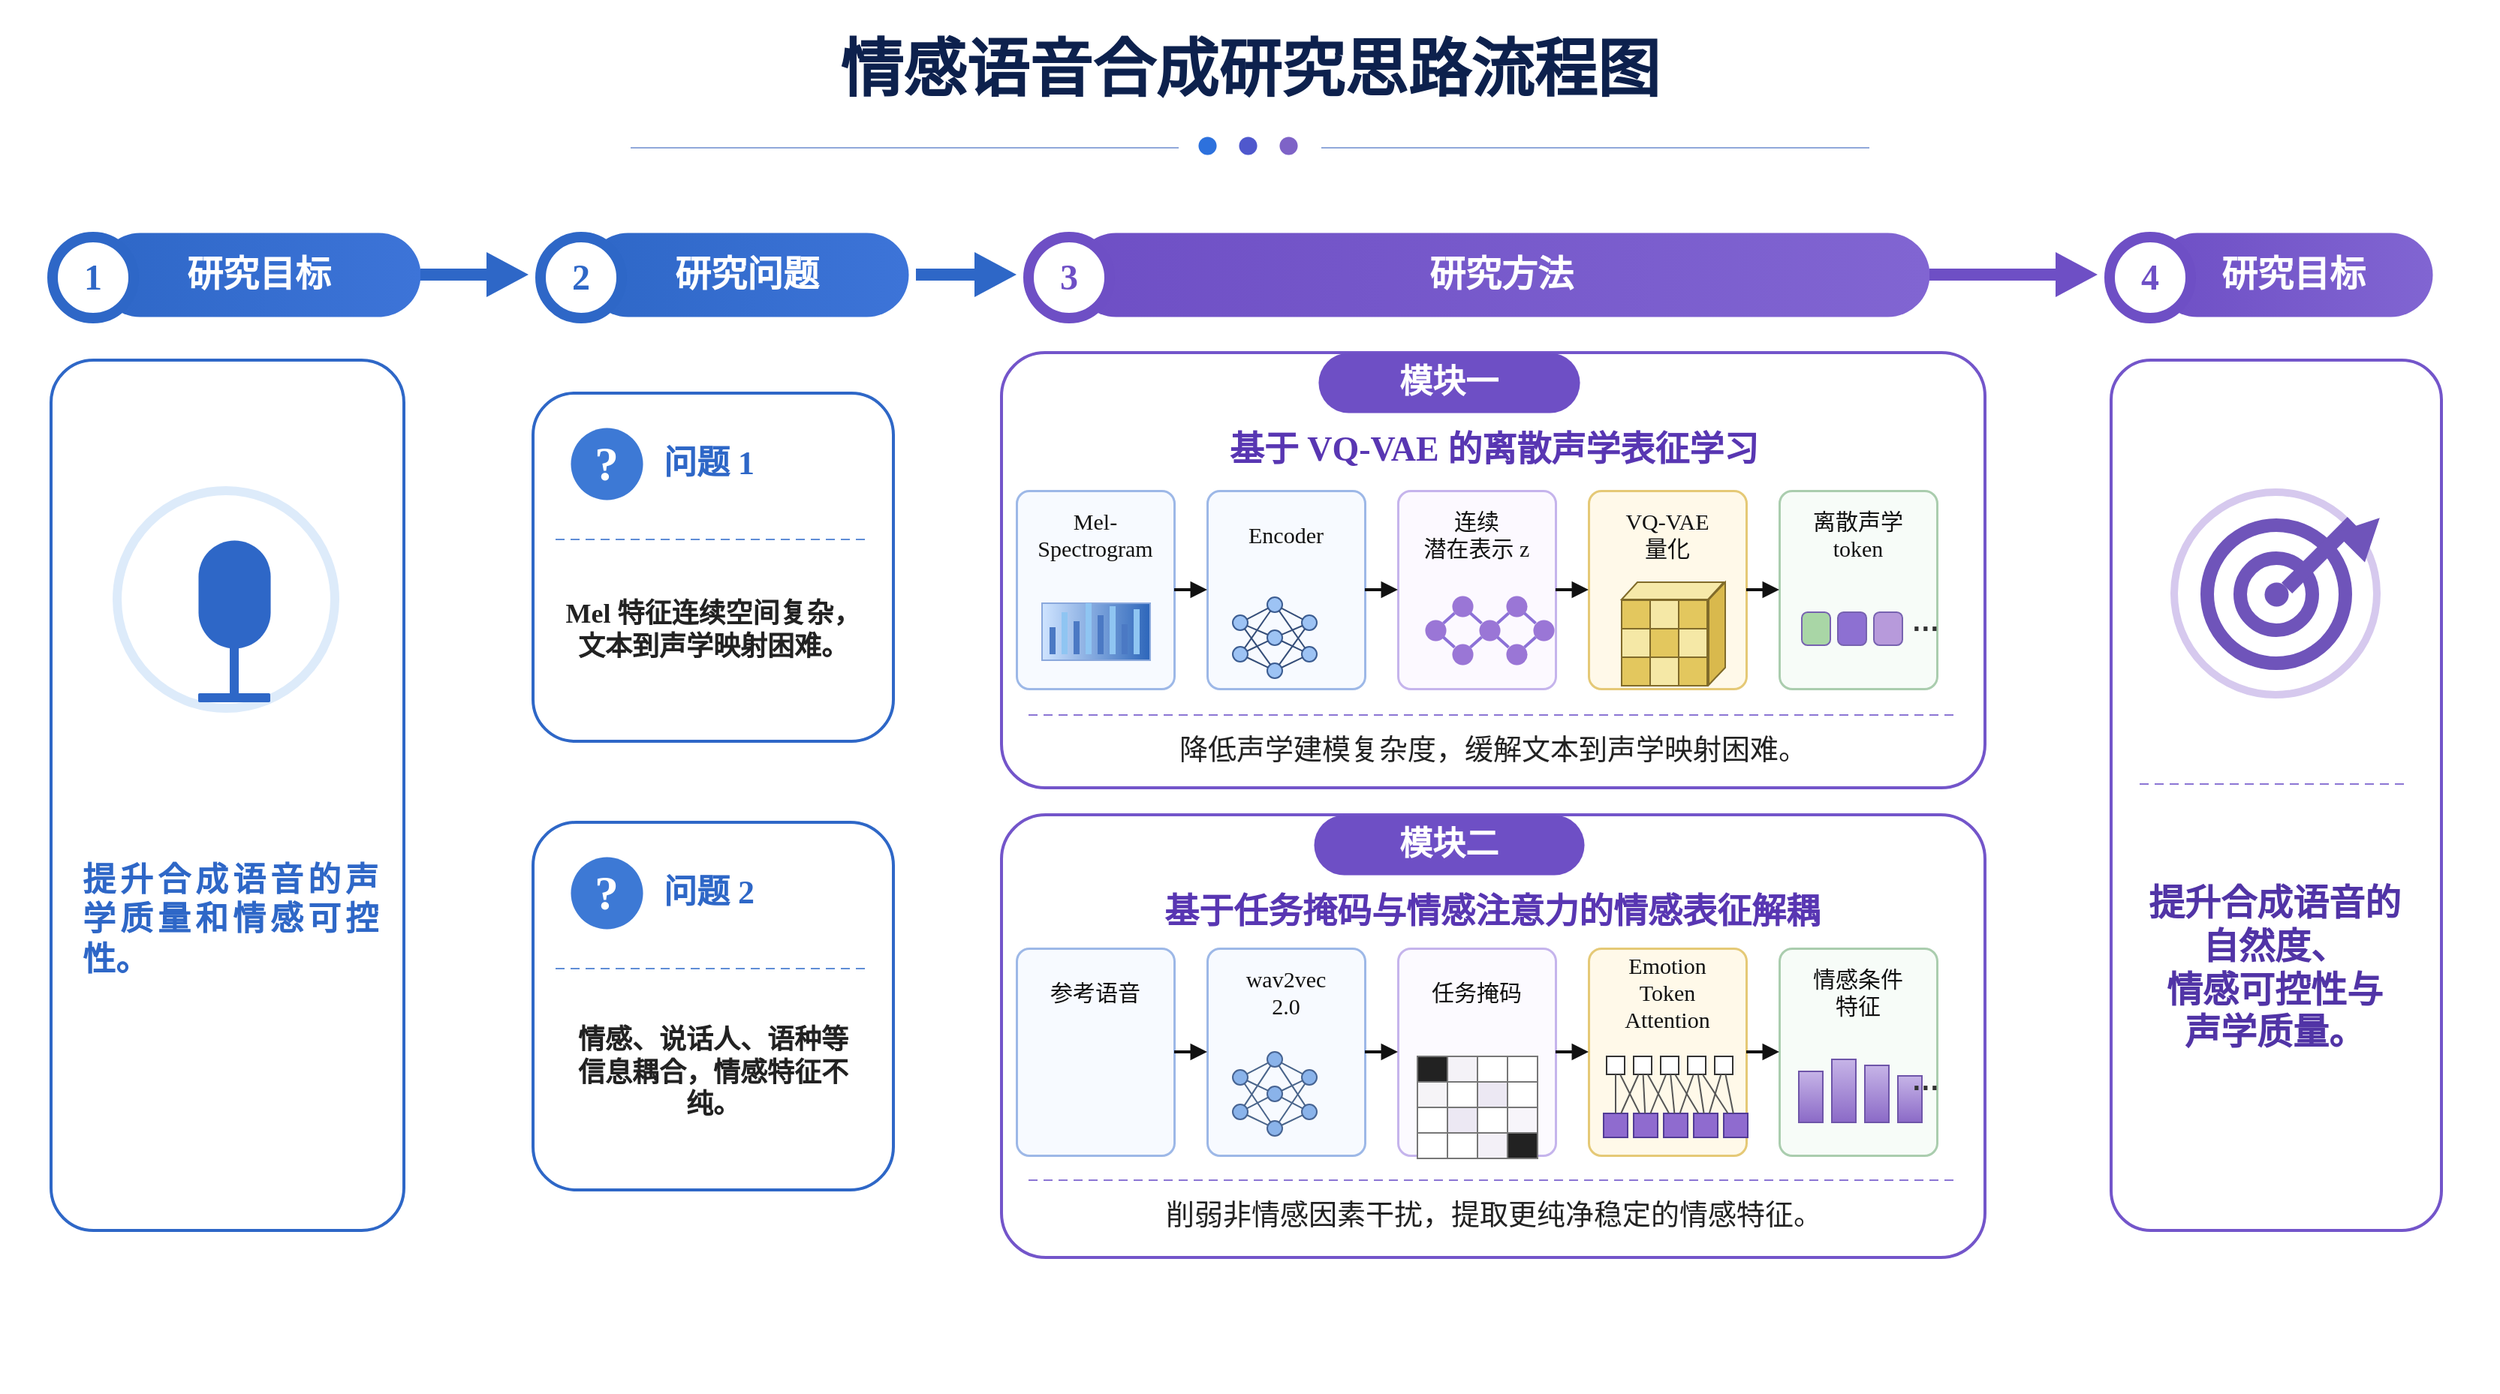
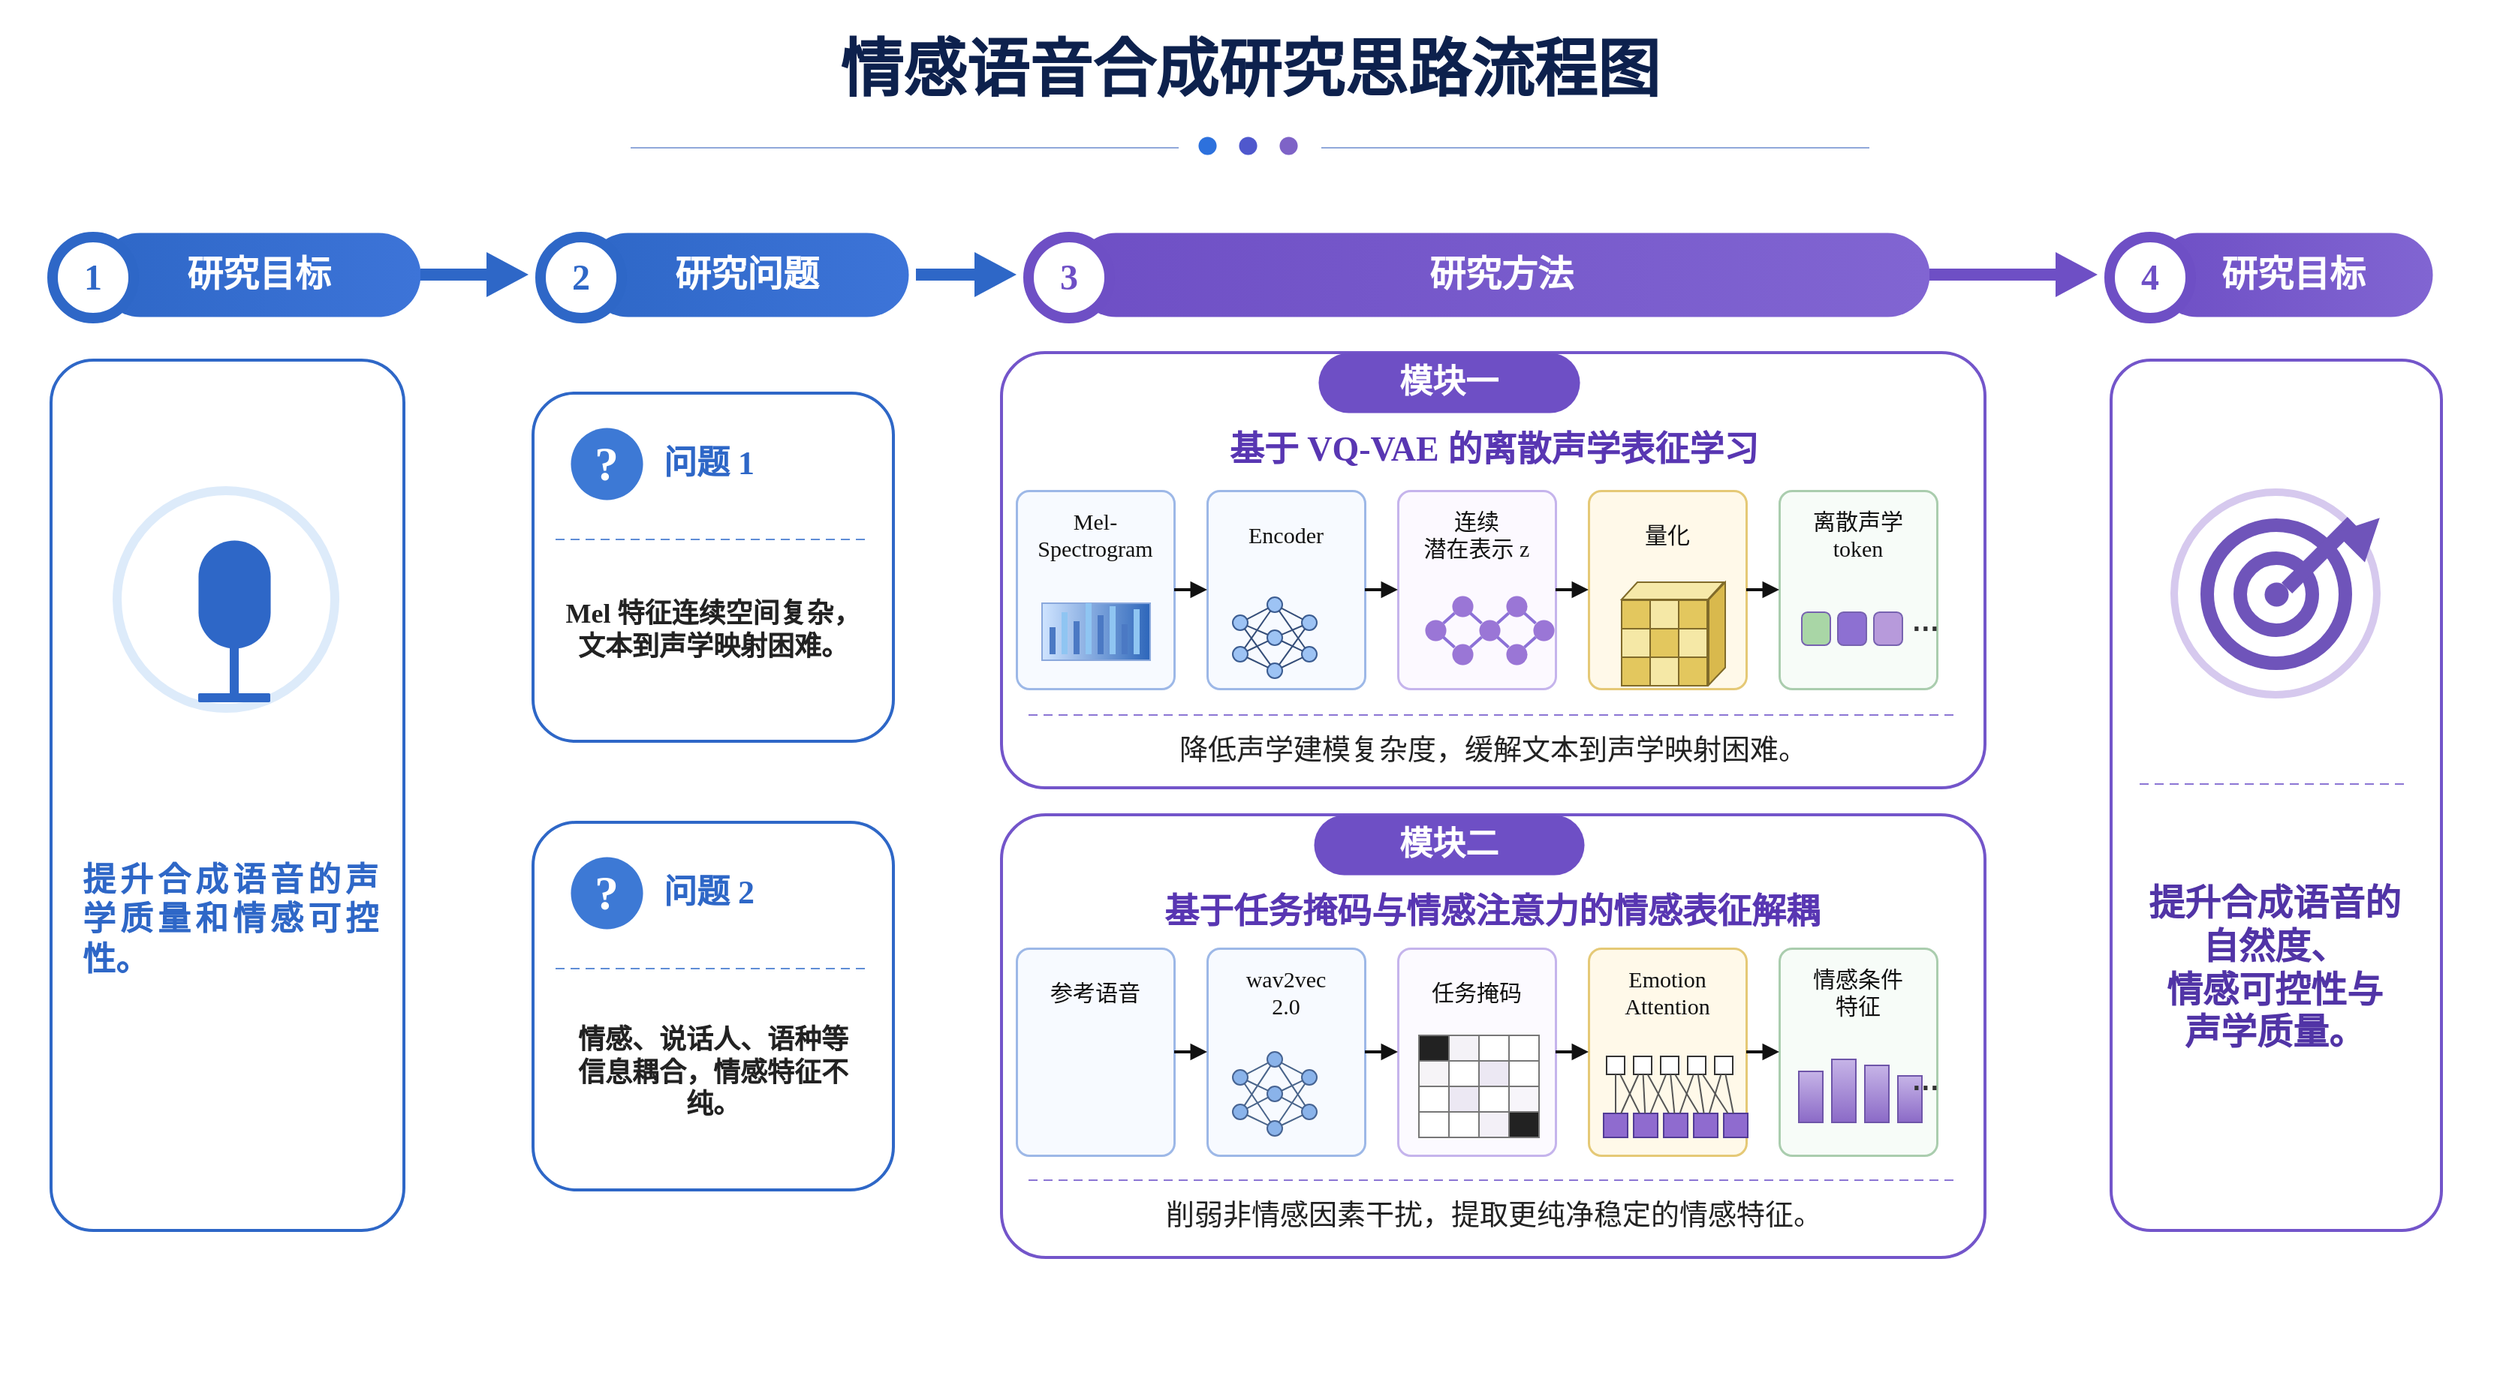
<mxfile host="app.diagrams.net">
  <diagram name="第 1 页" id="fVVEHDjkvuh4-jfM98xs">
-     <mxGraphModel dx="1030" dy="642" grid="1" gridSize="1" guides="1" tooltips="1" connect="1" arrows="1" fold="1" page="1" pageScale="1" pageWidth="1664" pageHeight="928" math="1" shadow="0">
+     <mxGraphModel dx="2060" dy="1284" grid="1" gridSize="1" guides="1" tooltips="1" connect="1" arrows="1" fold="1" page="1" pageScale="1" pageWidth="1664" pageHeight="928" math="1" shadow="0">
      <root>
        <mxCell id="0" />
        <mxCell id="1" parent="0" />
        <mxCell id="v2" parent="1" style="shape=rect;fillColor=#FFFFFF;strokeColor=none;fontFamily=Comic Sans MS;" value="" vertex="1">
          <mxGeometry height="928" width="1664" as="geometry" />
        </mxCell>
        <mxCell id="v3" parent="1" style="text;html=1;whiteSpace=wrap;align=center;verticalAlign=middle;fontFamily=Comic Sans MS;fontSize=42;fontColor=#0D214D;fontStyle=1;spacing=0;" value="情感语音合成研究思路流程图" vertex="1">
          <mxGeometry height="58" width="885" x="390" y="18" as="geometry" />
        </mxCell>
        <mxCell id="v4" parent="1" style="shape=line;strokeColor=#90A8DA;strokeWidth=1;fontFamily=Comic Sans MS;" value="" vertex="1">
          <mxGeometry height="1" width="365" x="420" y="98" as="geometry" />
        </mxCell>
        <mxCell id="v5" parent="1" style="shape=line;strokeColor=#90A8DA;strokeWidth=1;fontFamily=Comic Sans MS;" value="" vertex="1">
          <mxGeometry height="1" width="365" x="880" y="98" as="geometry" />
        </mxCell>
        <mxCell id="v6" parent="1" style="ellipse;whiteSpace=wrap;html=1;fillColor=#2D71DD;strokeColor=#2D71DD;strokeWidth=0;fontFamily=Comic Sans MS;" value="" vertex="1">
          <mxGeometry height="12" width="12" x="798" y="91" as="geometry" />
        </mxCell>
        <mxCell id="v7" parent="1" style="ellipse;whiteSpace=wrap;html=1;fillColor=#4F58CD;strokeColor=#4F58CD;strokeWidth=0;fontFamily=Comic Sans MS;" value="" vertex="1">
          <mxGeometry height="12" width="12" x="825" y="91" as="geometry" />
        </mxCell>
        <mxCell id="v8" parent="1" style="ellipse;whiteSpace=wrap;html=1;fillColor=#7E63C7;strokeColor=#7E63C7;strokeWidth=0;fontFamily=Comic Sans MS;" value="" vertex="1">
          <mxGeometry height="12" width="12" x="852" y="91" as="geometry" />
        </mxCell>
        <mxCell id="v9" parent="1" style="rounded=1;arcSize=50;whiteSpace=wrap;html=1;fillColor=#2E67C7;strokeColor=none;strokeWidth=0;fontFamily=Comic Sans MS;gradientColor=#3D74D8;gradientDirection=east;fontSize=24;fontColor=#FFFFFF;fontStyle=1;align=center;verticalAlign=middle;" value="研究目标" vertex="1">
          <mxGeometry height="56" width="215" x="65" y="155" as="geometry" />
        </mxCell>
        <mxCell id="v10" parent="1" style="ellipse;whiteSpace=wrap;html=1;fillColor=#FFFFFF;strokeColor=#2E67C7;strokeWidth=7;fontFamily=Comic Sans MS;fontSize=24;fontColor=#2E67C7;fontStyle=1;align=center;verticalAlign=middle;" value="1" vertex="1">
          <mxGeometry height="54" width="54" x="35" y="158" as="geometry" />
        </mxCell>
        <mxCell id="v11" parent="1" style="rounded=1;arcSize=50;whiteSpace=wrap;html=1;fillColor=#2E67C7;strokeColor=none;strokeWidth=0;fontFamily=Comic Sans MS;gradientColor=#3D74D8;gradientDirection=east;fontSize=24;fontColor=#FFFFFF;fontStyle=1;align=center;verticalAlign=middle;" value="研究问题" vertex="1">
          <mxGeometry height="56" width="215" x="390" y="155" as="geometry" />
        </mxCell>
        <mxCell id="v12" parent="1" style="ellipse;whiteSpace=wrap;html=1;fillColor=#FFFFFF;strokeColor=#2E67C7;strokeWidth=7;fontFamily=Comic Sans MS;fontSize=24;fontColor=#2E67C7;fontStyle=1;align=center;verticalAlign=middle;" value="2" vertex="1">
          <mxGeometry height="54" width="54" x="360" y="158" as="geometry" />
        </mxCell>
        <mxCell id="v13" parent="1" style="rounded=1;arcSize=50;whiteSpace=wrap;html=1;fillColor=#6E4FC5;strokeColor=none;strokeWidth=0;fontFamily=Comic Sans MS;gradientColor=#8165D2;gradientDirection=east;fontSize=24;fontColor=#FFFFFF;fontStyle=1;align=center;verticalAlign=middle;" value="研究方法" vertex="1">
          <mxGeometry height="56" width="570" x="715" y="155" as="geometry" />
        </mxCell>
        <mxCell id="v14" parent="1" style="ellipse;whiteSpace=wrap;html=1;fillColor=#FFFFFF;strokeColor=#6E4FC5;strokeWidth=7;fontFamily=Comic Sans MS;fontSize=24;fontColor=#6E4FC5;fontStyle=1;align=center;verticalAlign=middle;" value="3" vertex="1">
          <mxGeometry height="54" width="54" x="685" y="158" as="geometry" />
        </mxCell>
        <mxCell id="v15" parent="1" style="rounded=1;arcSize=50;whiteSpace=wrap;html=1;fillColor=#6E4FC5;strokeColor=none;strokeWidth=0;fontFamily=Comic Sans MS;gradientColor=#8165D2;gradientDirection=east;fontSize=24;fontColor=#FFFFFF;fontStyle=1;align=center;verticalAlign=middle;" value="研究目标" vertex="1">
          <mxGeometry height="56" width="185" x="1435" y="155" as="geometry" />
        </mxCell>
        <mxCell id="v16" parent="1" style="ellipse;whiteSpace=wrap;html=1;fillColor=#FFFFFF;strokeColor=#6E4FC5;strokeWidth=7;fontFamily=Comic Sans MS;fontSize=24;fontColor=#6E4FC5;fontStyle=1;align=center;verticalAlign=middle;" value="4" vertex="1">
          <mxGeometry height="54" width="54" x="1405" y="158" as="geometry" />
        </mxCell>
        <mxCell id="v17" parent="1" style="shape=rect;fillColor=#2E67C7;strokeColor=none;fontFamily=Comic Sans MS;" value="" vertex="1">
          <mxGeometry height="8" width="52" x="280" y="179" as="geometry" />
        </mxCell>
        <mxCell id="v18" parent="1" style="shape=triangle;direction=east;fillColor=#2E67C7;strokeColor=none;fontFamily=Comic Sans MS;" value="" vertex="1">
          <mxGeometry height="30" width="28" x="324" y="168" as="geometry" />
        </mxCell>
        <mxCell id="v19" parent="1" style="shape=rect;fillColor=#2E67C7;strokeColor=none;fontFamily=Comic Sans MS;" value="" vertex="1">
          <mxGeometry height="8" width="47" x="610" y="179" as="geometry" />
        </mxCell>
        <mxCell id="v20" parent="1" style="shape=triangle;direction=east;fillColor=#2E67C7;strokeColor=none;fontFamily=Comic Sans MS;" value="" vertex="1">
          <mxGeometry height="30" width="28" x="649" y="168" as="geometry" />
        </mxCell>
        <mxCell id="v21" parent="1" style="shape=rect;fillColor=#6E4FC5;strokeColor=none;fontFamily=Comic Sans MS;" value="" vertex="1">
          <mxGeometry height="8" width="92" x="1285" y="179" as="geometry" />
        </mxCell>
        <mxCell id="v22" parent="1" style="shape=triangle;direction=east;fillColor=#6E4FC5;strokeColor=none;fontFamily=Comic Sans MS;" value="" vertex="1">
          <mxGeometry height="30" width="28" x="1369" y="168" as="geometry" />
        </mxCell>
        <mxCell id="v23" parent="1" style="rounded=1;arcSize=12;whiteSpace=wrap;html=1;fillColor=#FFFFFF;strokeColor=#2E67C7;strokeWidth=2;fontFamily=Comic Sans MS;" value="" vertex="1">
          <mxGeometry height="580" width="235" x="34" y="240" as="geometry" />
        </mxCell>
        <mxCell id="v24" parent="1" style="rounded=1;arcSize=12;whiteSpace=wrap;html=1;fillColor=#FFFFFF;strokeColor=#2E67C7;strokeWidth=2;fontFamily=Comic Sans MS;" value="" vertex="1">
          <mxGeometry height="232" width="240" x="355" y="262" as="geometry" />
        </mxCell>
        <mxCell id="v25" parent="1" style="rounded=1;arcSize=12;whiteSpace=wrap;html=1;fillColor=#FFFFFF;strokeColor=#2E67C7;strokeWidth=2;fontFamily=Comic Sans MS;" value="" vertex="1">
          <mxGeometry height="245" width="240" x="355" y="548" as="geometry" />
        </mxCell>
        <mxCell id="v26" parent="1" style="rounded=1;arcSize=10;whiteSpace=wrap;html=1;fillColor=#FFFFFF;strokeColor=#7355CA;strokeWidth=2;fontFamily=Comic Sans MS;" value="" vertex="1">
          <mxGeometry height="290" width="655" x="667" y="235" as="geometry" />
        </mxCell>
        <mxCell id="v27" parent="1" style="rounded=1;arcSize=10;whiteSpace=wrap;html=1;fillColor=#FFFFFF;strokeColor=#7355CA;strokeWidth=2;fontFamily=Comic Sans MS;" value="" vertex="1">
          <mxGeometry height="295" width="655" x="667" y="543" as="geometry" />
        </mxCell>
        <mxCell id="v28" parent="1" style="rounded=1;arcSize=12;whiteSpace=wrap;html=1;fillColor=#FFFFFF;strokeColor=#7355CA;strokeWidth=2;fontFamily=Comic Sans MS;" value="" vertex="1">
          <mxGeometry height="580" width="220" x="1406" y="240" as="geometry" />
        </mxCell>
        <mxCell id="v29" parent="1" style="ellipse;whiteSpace=wrap;html=1;fillColor=#FFFFFF;strokeColor=#DDEBFA;strokeWidth=6;fontFamily=Comic Sans MS;" value="" vertex="1">
          <mxGeometry height="145" width="145" x="78" y="327" as="geometry" />
        </mxCell>
        <mxCell id="v30" parent="1" style="rounded=1;arcSize=50;whiteSpace=wrap;html=1;fillColor=#2E67C7;strokeColor=#2E67C7;strokeWidth=0;fontFamily=Comic Sans MS;" value="" vertex="1">
          <mxGeometry height="72" width="48" x="132" y="360" as="geometry" />
        </mxCell>
        <mxCell id="v31" parent="1" style="shape=mxgraph.basic.arc;startAngle=180;endAngle=360;fillColor=none;strokeColor=#2E67C7;strokeWidth=5;fontFamily=Comic Sans MS;" value="" vertex="1">
          <mxGeometry height="58" width="70" x="121" y="388" as="geometry" />
        </mxCell>
        <mxCell id="v32" parent="1" style="shape=rect;fillColor=#2E67C7;strokeColor=none;fontFamily=Comic Sans MS;" value="" vertex="1">
          <mxGeometry height="34" width="6" x="153" y="431" as="geometry" />
        </mxCell>
        <mxCell id="v33" parent="1" style="shape=rect;fillColor=#2E67C7;strokeColor=none;rounded=1;fontFamily=Comic Sans MS;" value="" vertex="1">
          <mxGeometry height="6" width="48" x="132" y="462" as="geometry" />
        </mxCell>
        <mxCell id="v34" parent="1" style="shape=mxgraph.basic.arc;startAngle=90;endAngle=270;direction=west;fillColor=none;strokeColor=#2E67C7;strokeWidth=4;fontFamily=Comic Sans MS;" value="" vertex="1">
          <mxGeometry height="38" width="18" x="90" y="380" as="geometry" />
        </mxCell>
        <mxCell id="v35" parent="1" style="shape=mxgraph.basic.arc;startAngle=90;endAngle=270;direction=west;fillColor=none;strokeColor=#2E67C7;strokeWidth=4;fontFamily=Comic Sans MS;" value="" vertex="1">
          <mxGeometry height="54" width="28" x="82" y="372" as="geometry" />
        </mxCell>
        <mxCell id="v36" parent="1" style="shape=mxgraph.basic.arc;startAngle=90;endAngle=270;direction=east;fillColor=none;strokeColor=#2E67C7;strokeWidth=4;fontFamily=Comic Sans MS;" value="" vertex="1">
          <mxGeometry height="38" width="18" x="193" y="380" as="geometry" />
        </mxCell>
        <mxCell id="v37" parent="1" style="shape=mxgraph.basic.arc;startAngle=90;endAngle=270;direction=east;fillColor=none;strokeColor=#2E67C7;strokeWidth=4;fontFamily=Comic Sans MS;" value="" vertex="1">
          <mxGeometry height="54" width="28" x="192" y="372" as="geometry" />
        </mxCell>
        <mxCell id="v38" parent="1" style="text;html=1;whiteSpace=wrap;align=left;verticalAlign=middle;fontFamily=Comic Sans MS;fontSize=22;fontColor=#111111;fontStyle=0;spacing=0;" value="&lt;div style=&quot;text-align: justify;&quot;&gt;&lt;b style=&quot;background-color: transparent; color: light-dark(rgb(46, 103, 199), rgb(237, 237, 237));&quot;&gt;提升合成语音的声学质量和情感可控性。&lt;/b&gt;&lt;/div&gt;" vertex="1">
          <mxGeometry height="225" width="195" x="55" y="500" as="geometry" />
        </mxCell>
        <mxCell id="v39" parent="1" style="ellipse;whiteSpace=wrap;html=1;fillColor=#3D79D5;strokeColor=#3D79D5;strokeWidth=0;fontFamily=Comic Sans MS;fontSize=32;fontColor=#FFFFFF;fontStyle=1;align=center;verticalAlign=middle;" value="?" vertex="1">
          <mxGeometry height="48" width="48" x="380" y="285" as="geometry" />
        </mxCell>
        <mxCell id="v40" parent="1" style="text;html=1;whiteSpace=wrap;align=left;verticalAlign=middle;fontFamily=Comic Sans MS;fontSize=22;fontColor=#2E67C7;fontStyle=1;spacing=0;" value="问题 1" vertex="1">
          <mxGeometry height="44" width="120" x="442" y="287" as="geometry" />
        </mxCell>
        <mxCell id="v41" parent="1" style="shape=line;strokeColor=#5F8DD6;strokeWidth=1;dashed=1;dashPattern=6 4;fontFamily=Comic Sans MS;" value="" vertex="1">
          <mxGeometry height="1" width="210" x="370" y="359" as="geometry" />
        </mxCell>
        <mxCell id="v42" parent="1" style="ellipse;whiteSpace=wrap;html=1;fillColor=#3D79D5;strokeColor=#3D79D5;strokeWidth=0;fontFamily=Comic Sans MS;fontSize=32;fontColor=#FFFFFF;fontStyle=1;align=center;verticalAlign=middle;" value="?" vertex="1">
          <mxGeometry height="48" width="48" x="380" y="571" as="geometry" />
        </mxCell>
        <mxCell id="v43" parent="1" style="text;html=1;whiteSpace=wrap;align=left;verticalAlign=middle;fontFamily=Comic Sans MS;fontSize=22;fontColor=#2E67C7;fontStyle=1;spacing=0;" value="问题 2" vertex="1">
          <mxGeometry height="44" width="120" x="442" y="573" as="geometry" />
        </mxCell>
        <mxCell id="v44" parent="1" style="shape=line;strokeColor=#5F8DD6;strokeWidth=1;dashed=1;dashPattern=6 4;fontFamily=Comic Sans MS;" value="" vertex="1">
          <mxGeometry height="1" width="210" x="370" y="645" as="geometry" />
        </mxCell>
        <mxCell id="v45" parent="1" style="text;html=1;whiteSpace=wrap;align=center;verticalAlign=middle;fontFamily=Comic Sans MS;fontSize=18;fontColor=#222222;fontStyle=0;spacing=0;" value="&lt;b&gt;Mel 特征连续空间复杂，&lt;br&gt;文本到声学映射困难。&lt;/b&gt;" vertex="1">
          <mxGeometry height="110" width="210" x="370" y="365" as="geometry" />
        </mxCell>
        <mxCell id="v46" parent="1" style="text;html=1;whiteSpace=wrap;align=center;verticalAlign=middle;fontFamily=Comic Sans MS;fontSize=18;fontColor=#222222;fontStyle=0;spacing=0;" value="&lt;b&gt;情感、说话人、语种等&lt;br&gt;信息耦合，情感特征不纯。&lt;/b&gt;" vertex="1">
          <mxGeometry height="115" width="210" x="370" y="657" as="geometry" />
        </mxCell>
        <mxCell id="e47" edge="1" parent="1" style="edgeStyle=orthogonalEdgeStyle;rounded=0;html=1;strokeColor=#3B72CA;strokeWidth=3;dashed=1;dashPattern=6 4;endArrow=block;endFill=1;" value="">
          <mxGeometry relative="1" as="geometry">
            <Array as="points">
              <mxPoint x="278" y="510" />
              <mxPoint x="310" y="510" />
              <mxPoint x="310" y="378" />
              <mxPoint x="350" y="378" />
            </Array>
          </mxGeometry>
        </mxCell>
        <mxCell id="e48" edge="1" parent="1" style="edgeStyle=orthogonalEdgeStyle;rounded=0;html=1;strokeColor=#3B72CA;strokeWidth=3;dashed=1;dashPattern=6 4;endArrow=block;endFill=1;" value="">
          <mxGeometry relative="1" as="geometry">
            <Array as="points">
              <mxPoint x="278" y="510" />
              <mxPoint x="310" y="510" />
              <mxPoint x="310" y="670" />
              <mxPoint x="350" y="670" />
            </Array>
          </mxGeometry>
        </mxCell>
        <mxCell id="e49" edge="1" parent="1" style="edgeStyle=orthogonalEdgeStyle;rounded=0;html=1;strokeColor=#6E4FC5;strokeWidth=3;dashed=1;dashPattern=6 4;endArrow=block;endFill=1;" value="">
          <mxGeometry relative="1" as="geometry">
            <Array as="points">
              <mxPoint x="595" y="378" />
              <mxPoint x="625" y="378" />
              <mxPoint x="625" y="356" />
              <mxPoint x="665" y="356" />
            </Array>
          </mxGeometry>
        </mxCell>
        <mxCell id="e50" edge="1" parent="1" style="edgeStyle=orthogonalEdgeStyle;rounded=0;html=1;strokeColor=#6E4FC5;strokeWidth=3;dashed=1;dashPattern=6 4;endArrow=block;endFill=1;" value="">
          <mxGeometry relative="1" as="geometry">
            <Array as="points">
              <mxPoint x="595" y="670" />
              <mxPoint x="625" y="670" />
              <mxPoint x="625" y="695" />
              <mxPoint x="665" y="695" />
            </Array>
          </mxGeometry>
        </mxCell>
        <mxCell id="v51" parent="1" style="rounded=1;arcSize=50;whiteSpace=wrap;html=1;fillColor=#6E4FC5;strokeColor=#6E4FC5;strokeWidth=0;fontFamily=Comic Sans MS;fontSize=22;fontColor=#FFFFFF;fontStyle=1;align=center;verticalAlign=middle;" value="模块一" vertex="1">
          <mxGeometry height="40" width="174" x="878" y="235" as="geometry" />
        </mxCell>
        <mxCell id="v52" parent="1" style="rounded=1;arcSize=50;whiteSpace=wrap;html=1;fillColor=#6E4FC5;strokeColor=#6E4FC5;strokeWidth=0;fontFamily=Comic Sans MS;fontSize=22;fontColor=#FFFFFF;fontStyle=1;align=center;verticalAlign=middle;" value="模块二" vertex="1">
          <mxGeometry height="40" width="180" x="875" y="543" as="geometry" />
        </mxCell>
        <mxCell id="v53" parent="1" style="text;html=1;whiteSpace=wrap;align=center;verticalAlign=middle;fontFamily=Comic Sans MS;fontSize=23;fontColor=#5836B2;fontStyle=1;spacing=0;" value="基于 VQ-VAE 的离散声学表征学习" vertex="1">
          <mxGeometry height="38" width="520" x="735" y="280" as="geometry" />
        </mxCell>
        <mxCell id="v54" parent="1" style="text;html=1;whiteSpace=wrap;align=center;verticalAlign=middle;fontFamily=Comic Sans MS;fontSize=23;fontColor=#5836B2;fontStyle=1;spacing=0;" value="基于任务掩码与情感注意力的情感表征解耦" vertex="1">
          <mxGeometry height="38" width="580" x="704" y="588" as="geometry" />
        </mxCell>
        <mxCell id="v55" parent="1" style="rounded=1;arcSize=8;whiteSpace=wrap;html=1;fillColor=#F7FAFF;strokeColor=#9DB8E7;strokeWidth=1.5;fontFamily=Comic Sans MS;" value="" vertex="1">
          <mxGeometry height="132" width="105" x="677" y="327" as="geometry" />
        </mxCell>
        <mxCell id="v56" parent="1" style="text;html=1;whiteSpace=wrap;align=center;verticalAlign=middle;fontFamily=Comic Sans MS;fontSize=15;fontColor=#111111;fontStyle=0;spacing=0;" value="Mel-&lt;br&gt;Spectrogram" vertex="1">
          <mxGeometry height="42" width="95" x="682" y="335" as="geometry" />
        </mxCell>
        <mxCell id="v57" parent="1" style="rounded=1;arcSize=8;whiteSpace=wrap;html=1;fillColor=#F7FAFF;strokeColor=#9DB8E7;strokeWidth=1.5;fontFamily=Comic Sans MS;" value="" vertex="1">
          <mxGeometry height="132" width="105" x="804" y="327" as="geometry" />
        </mxCell>
        <mxCell id="v58" parent="1" style="text;html=1;whiteSpace=wrap;align=center;verticalAlign=middle;fontFamily=Comic Sans MS;fontSize=15;fontColor=#111111;fontStyle=0;spacing=0;" value="Encoder" vertex="1">
          <mxGeometry height="42" width="95" x="809" y="335" as="geometry" />
        </mxCell>
        <mxCell id="v59" parent="1" style="rounded=1;arcSize=8;whiteSpace=wrap;html=1;fillColor=#FCF9FF;strokeColor=#C5B4EC;strokeWidth=1.5;fontFamily=Comic Sans MS;" value="" vertex="1">
          <mxGeometry height="132" width="105" x="931" y="327" as="geometry" />
        </mxCell>
        <mxCell id="v60" parent="1" style="text;html=1;whiteSpace=wrap;align=center;verticalAlign=middle;fontFamily=Comic Sans MS;fontSize=15;fontColor=#111111;fontStyle=0;spacing=0;" value="连续&lt;br&gt;潜在表示 z" vertex="1">
          <mxGeometry height="42" width="95" x="936" y="335" as="geometry" />
        </mxCell>
        <mxCell id="v61" parent="1" style="rounded=1;arcSize=8;whiteSpace=wrap;html=1;fillColor=#FFF9E9;strokeColor=#E5C976;strokeWidth=1.5;fontFamily=Comic Sans MS;" value="" vertex="1">
          <mxGeometry height="132" width="105" x="1058" y="327" as="geometry" />
        </mxCell>
-         <mxCell id="v62" parent="1" style="text;html=1;whiteSpace=wrap;align=center;verticalAlign=middle;fontFamily=Comic Sans MS;fontSize=15;fontColor=#111111;fontStyle=0;spacing=0;" value="VQ-VAE&lt;br&gt;量化" vertex="1">
+         <mxCell id="v62" parent="1" style="text;html=1;whiteSpace=wrap;align=center;verticalAlign=middle;fontFamily=Comic Sans MS;fontSize=15;fontColor=#111111;fontStyle=0;spacing=0;" value="量化" vertex="1">
          <mxGeometry height="42" width="95" x="1063" y="335" as="geometry" />
        </mxCell>
        <mxCell id="v63" parent="1" style="rounded=1;arcSize=8;whiteSpace=wrap;html=1;fillColor=#F7FCF8;strokeColor=#AACDAE;strokeWidth=1.5;fontFamily=Comic Sans MS;" value="" vertex="1">
          <mxGeometry height="132" width="105" x="1185" y="327" as="geometry" />
        </mxCell>
        <mxCell id="v64" parent="1" style="text;html=1;whiteSpace=wrap;align=center;verticalAlign=middle;fontFamily=Comic Sans MS;fontSize=15;fontColor=#111111;fontStyle=0;spacing=0;" value="离散声学&lt;br&gt;token" vertex="1">
          <mxGeometry height="42" width="95" x="1190" y="335" as="geometry" />
        </mxCell>
        <mxCell id="e65" edge="1" parent="1" source="v55" style="edgeStyle=orthogonalEdgeStyle;rounded=0;html=1;strokeColor=#111111;strokeWidth=2;endArrow=block;endFill=1;fontFamily=Comic Sans MS;" target="v57" value="">
          <mxGeometry relative="1" as="geometry" />
        </mxCell>
        <mxCell id="e66" edge="1" parent="1" source="v57" style="edgeStyle=orthogonalEdgeStyle;rounded=0;html=1;strokeColor=#111111;strokeWidth=2;endArrow=block;endFill=1;fontFamily=Comic Sans MS;" target="v59" value="">
          <mxGeometry relative="1" as="geometry" />
        </mxCell>
        <mxCell id="e67" edge="1" parent="1" source="v59" style="edgeStyle=orthogonalEdgeStyle;rounded=0;html=1;strokeColor=#111111;strokeWidth=2;endArrow=block;endFill=1;fontFamily=Comic Sans MS;" target="v61" value="">
          <mxGeometry relative="1" as="geometry" />
        </mxCell>
        <mxCell id="e68" edge="1" parent="1" source="v61" style="edgeStyle=orthogonalEdgeStyle;rounded=0;html=1;strokeColor=#111111;strokeWidth=2;endArrow=block;endFill=1;fontFamily=Comic Sans MS;" target="v63" value="">
          <mxGeometry relative="1" as="geometry" />
        </mxCell>
        <mxCell id="v69" parent="1" style="shape=rect;rounded=0;fillColor=#CFE4FF;gradientColor=#2D66BA;gradientDirection=east;strokeColor=#8AA8DC;fontFamily=Comic Sans MS;" value="" vertex="1">
          <mxGeometry height="38" width="72" x="694" y="402" as="geometry" />
        </mxCell>
        <mxCell id="v70" parent="1" style="shape=rect;fillColor=#4B79C4;strokeColor=none;fontFamily=Comic Sans MS;" value="" vertex="1">
          <mxGeometry height="18" width="4" x="699" y="418" as="geometry" />
        </mxCell>
        <mxCell id="v71" parent="1" style="shape=rect;fillColor=#8FC5F2;strokeColor=none;fontFamily=Comic Sans MS;" value="" vertex="1">
          <mxGeometry height="28" width="4" x="707" y="408" as="geometry" />
        </mxCell>
        <mxCell id="v72" parent="1" style="shape=rect;fillColor=#4B79C4;strokeColor=none;fontFamily=Comic Sans MS;" value="" vertex="1">
          <mxGeometry height="22" width="4" x="715" y="414" as="geometry" />
        </mxCell>
        <mxCell id="v73" parent="1" style="shape=rect;fillColor=#8FC5F2;strokeColor=none;fontFamily=Comic Sans MS;" value="" vertex="1">
          <mxGeometry height="34" width="4" x="723" y="402" as="geometry" />
        </mxCell>
        <mxCell id="v74" parent="1" style="shape=rect;fillColor=#4B79C4;strokeColor=none;fontFamily=Comic Sans MS;" value="" vertex="1">
          <mxGeometry height="26" width="4" x="731" y="410" as="geometry" />
        </mxCell>
        <mxCell id="v75" parent="1" style="shape=rect;fillColor=#8FC5F2;strokeColor=none;fontFamily=Comic Sans MS;" value="" vertex="1">
          <mxGeometry height="32" width="4" x="739" y="404" as="geometry" />
        </mxCell>
        <mxCell id="v76" parent="1" style="shape=rect;fillColor=#4B79C4;strokeColor=none;fontFamily=Comic Sans MS;" value="" vertex="1">
          <mxGeometry height="20" width="4" x="747" y="416" as="geometry" />
        </mxCell>
        <mxCell id="v77" parent="1" style="shape=rect;fillColor=#8FC5F2;strokeColor=none;fontFamily=Comic Sans MS;" value="" vertex="1">
          <mxGeometry height="30" width="4" x="755" y="406" as="geometry" />
        </mxCell>
        <mxCell id="v78" parent="1" style="ellipse;whiteSpace=wrap;html=1;fillColor=#9DC3F4;strokeColor=#3B5C91;strokeWidth=1;fontFamily=Comic Sans MS;" value="" vertex="1">
          <mxGeometry height="10" width="10" x="821" y="410" as="geometry" />
        </mxCell>
        <mxCell id="v79" parent="1" style="ellipse;whiteSpace=wrap;html=1;fillColor=#9DC3F4;strokeColor=#3B5C91;strokeWidth=1;fontFamily=Comic Sans MS;" value="" vertex="1">
          <mxGeometry height="10" width="10" x="821" y="431" as="geometry" />
        </mxCell>
        <mxCell id="v80" parent="1" style="ellipse;whiteSpace=wrap;html=1;fillColor=#9DC3F4;strokeColor=#3B5C91;strokeWidth=1;fontFamily=Comic Sans MS;" value="" vertex="1">
          <mxGeometry height="10" width="10" x="844" y="398" as="geometry" />
        </mxCell>
        <mxCell id="v81" parent="1" style="ellipse;whiteSpace=wrap;html=1;fillColor=#9DC3F4;strokeColor=#3B5C91;strokeWidth=1;fontFamily=Comic Sans MS;" value="" vertex="1">
          <mxGeometry height="10" width="10" x="844" y="420" as="geometry" />
        </mxCell>
        <mxCell id="v82" parent="1" style="ellipse;whiteSpace=wrap;html=1;fillColor=#9DC3F4;strokeColor=#3B5C91;strokeWidth=1;fontFamily=Comic Sans MS;" value="" vertex="1">
          <mxGeometry height="10" width="10" x="844" y="442" as="geometry" />
        </mxCell>
        <mxCell id="v83" parent="1" style="ellipse;whiteSpace=wrap;html=1;fillColor=#9DC3F4;strokeColor=#3B5C91;strokeWidth=1;fontFamily=Comic Sans MS;" value="" vertex="1">
          <mxGeometry height="10" width="10" x="867" y="410" as="geometry" />
        </mxCell>
        <mxCell id="v84" parent="1" style="ellipse;whiteSpace=wrap;html=1;fillColor=#9DC3F4;strokeColor=#3B5C91;strokeWidth=1;fontFamily=Comic Sans MS;" value="" vertex="1">
          <mxGeometry height="10" width="10" x="867" y="431" as="geometry" />
        </mxCell>
        <mxCell id="e85" edge="1" parent="1" source="v78" style="edgeStyle=none;html=1;strokeColor=#344D78;strokeWidth=1;endArrow=none;fontFamily=Comic Sans MS;" target="v80" value="">
          <mxGeometry relative="1" as="geometry" />
        </mxCell>
        <mxCell id="e86" edge="1" parent="1" source="v78" style="edgeStyle=none;html=1;strokeColor=#344D78;strokeWidth=1;endArrow=none;fontFamily=Comic Sans MS;" target="v81" value="">
          <mxGeometry relative="1" as="geometry" />
        </mxCell>
        <mxCell id="e87" edge="1" parent="1" source="v78" style="edgeStyle=none;html=1;strokeColor=#344D78;strokeWidth=1;endArrow=none;fontFamily=Comic Sans MS;" target="v82" value="">
          <mxGeometry relative="1" as="geometry" />
        </mxCell>
        <mxCell id="e88" edge="1" parent="1" source="v79" style="edgeStyle=none;html=1;strokeColor=#344D78;strokeWidth=1;endArrow=none;fontFamily=Comic Sans MS;" target="v80" value="">
          <mxGeometry relative="1" as="geometry" />
        </mxCell>
        <mxCell id="e89" edge="1" parent="1" source="v79" style="edgeStyle=none;html=1;strokeColor=#344D78;strokeWidth=1;endArrow=none;fontFamily=Comic Sans MS;" target="v81" value="">
          <mxGeometry relative="1" as="geometry" />
        </mxCell>
        <mxCell id="e90" edge="1" parent="1" source="v79" style="edgeStyle=none;html=1;strokeColor=#344D78;strokeWidth=1;endArrow=none;fontFamily=Comic Sans MS;" target="v82" value="">
          <mxGeometry relative="1" as="geometry" />
        </mxCell>
        <mxCell id="e91" edge="1" parent="1" source="v80" style="edgeStyle=none;html=1;strokeColor=#344D78;strokeWidth=1;endArrow=none;fontFamily=Comic Sans MS;" target="v83" value="">
          <mxGeometry relative="1" as="geometry" />
        </mxCell>
        <mxCell id="e92" edge="1" parent="1" source="v80" style="edgeStyle=none;html=1;strokeColor=#344D78;strokeWidth=1;endArrow=none;fontFamily=Comic Sans MS;" target="v84" value="">
          <mxGeometry relative="1" as="geometry" />
        </mxCell>
        <mxCell id="e93" edge="1" parent="1" source="v81" style="edgeStyle=none;html=1;strokeColor=#344D78;strokeWidth=1;endArrow=none;fontFamily=Comic Sans MS;" target="v83" value="">
          <mxGeometry relative="1" as="geometry" />
        </mxCell>
        <mxCell id="e94" edge="1" parent="1" source="v81" style="edgeStyle=none;html=1;strokeColor=#344D78;strokeWidth=1;endArrow=none;fontFamily=Comic Sans MS;" target="v84" value="">
          <mxGeometry relative="1" as="geometry" />
        </mxCell>
        <mxCell id="e95" edge="1" parent="1" source="v82" style="edgeStyle=none;html=1;strokeColor=#344D78;strokeWidth=1;endArrow=none;fontFamily=Comic Sans MS;" target="v83" value="">
          <mxGeometry relative="1" as="geometry" />
        </mxCell>
        <mxCell id="e96" edge="1" parent="1" source="v82" style="edgeStyle=none;html=1;strokeColor=#344D78;strokeWidth=1;endArrow=none;fontFamily=Comic Sans MS;" target="v84" value="">
          <mxGeometry relative="1" as="geometry" />
        </mxCell>
        <mxCell id="v97" parent="1" style="ellipse;whiteSpace=wrap;html=1;fillColor=#9A76D6;strokeColor=#9A76D6;strokeWidth=0;fontFamily=Comic Sans MS;" value="" vertex="1">
          <mxGeometry height="14" width="14" x="949" y="413" as="geometry" />
        </mxCell>
        <mxCell id="v98" parent="1" style="ellipse;whiteSpace=wrap;html=1;fillColor=#9A76D6;strokeColor=#9A76D6;strokeWidth=0;fontFamily=Comic Sans MS;" value="" vertex="1">
          <mxGeometry height="14" width="14" x="967" y="397" as="geometry" />
        </mxCell>
        <mxCell id="v99" parent="1" style="ellipse;whiteSpace=wrap;html=1;fillColor=#9A76D6;strokeColor=#9A76D6;strokeWidth=0;fontFamily=Comic Sans MS;" value="" vertex="1">
          <mxGeometry height="14" width="14" x="967" y="429" as="geometry" />
        </mxCell>
        <mxCell id="v100" parent="1" style="ellipse;whiteSpace=wrap;html=1;fillColor=#9A76D6;strokeColor=#9A76D6;strokeWidth=0;fontFamily=Comic Sans MS;" value="" vertex="1">
          <mxGeometry height="14" width="14" x="985" y="413" as="geometry" />
        </mxCell>
        <mxCell id="v101" parent="1" style="ellipse;whiteSpace=wrap;html=1;fillColor=#9A76D6;strokeColor=#9A76D6;strokeWidth=0;fontFamily=Comic Sans MS;" value="" vertex="1">
          <mxGeometry height="14" width="14" x="1003" y="397" as="geometry" />
        </mxCell>
        <mxCell id="v102" parent="1" style="ellipse;whiteSpace=wrap;html=1;fillColor=#9A76D6;strokeColor=#9A76D6;strokeWidth=0;fontFamily=Comic Sans MS;" value="" vertex="1">
          <mxGeometry height="14" width="14" x="1003" y="429" as="geometry" />
        </mxCell>
        <mxCell id="v103" parent="1" style="ellipse;whiteSpace=wrap;html=1;fillColor=#9A76D6;strokeColor=#9A76D6;strokeWidth=0;fontFamily=Comic Sans MS;" value="" vertex="1">
          <mxGeometry height="14" width="14" x="1021" y="413" as="geometry" />
        </mxCell>
        <mxCell id="e104" edge="1" parent="1" source="v97" style="edgeStyle=none;html=1;strokeColor=#8C71D7;strokeWidth=2;endArrow=none;fontFamily=Comic Sans MS;" target="v98" value="">
          <mxGeometry relative="1" as="geometry" />
        </mxCell>
        <mxCell id="e105" edge="1" parent="1" source="v97" style="edgeStyle=none;html=1;strokeColor=#8C71D7;strokeWidth=2;endArrow=none;fontFamily=Comic Sans MS;" target="v99" value="">
          <mxGeometry relative="1" as="geometry" />
        </mxCell>
        <mxCell id="e106" edge="1" parent="1" source="v98" style="edgeStyle=none;html=1;strokeColor=#8C71D7;strokeWidth=2;endArrow=none;fontFamily=Comic Sans MS;" target="v100" value="">
          <mxGeometry relative="1" as="geometry" />
        </mxCell>
        <mxCell id="e107" edge="1" parent="1" source="v99" style="edgeStyle=none;html=1;strokeColor=#8C71D7;strokeWidth=2;endArrow=none;fontFamily=Comic Sans MS;" target="v100" value="">
          <mxGeometry relative="1" as="geometry" />
        </mxCell>
        <mxCell id="e108" edge="1" parent="1" source="v100" style="edgeStyle=none;html=1;strokeColor=#8C71D7;strokeWidth=2;endArrow=none;fontFamily=Comic Sans MS;" target="v101" value="">
          <mxGeometry relative="1" as="geometry" />
        </mxCell>
        <mxCell id="e109" edge="1" parent="1" source="v100" style="edgeStyle=none;html=1;strokeColor=#8C71D7;strokeWidth=2;endArrow=none;fontFamily=Comic Sans MS;" target="v102" value="">
          <mxGeometry relative="1" as="geometry" />
        </mxCell>
        <mxCell id="e110" edge="1" parent="1" source="v101" style="edgeStyle=none;html=1;strokeColor=#8C71D7;strokeWidth=2;endArrow=none;fontFamily=Comic Sans MS;" target="v103" value="">
          <mxGeometry relative="1" as="geometry" />
        </mxCell>
        <mxCell id="e111" edge="1" parent="1" source="v102" style="edgeStyle=none;html=1;strokeColor=#8C71D7;strokeWidth=2;endArrow=none;fontFamily=Comic Sans MS;" target="v103" value="">
          <mxGeometry relative="1" as="geometry" />
        </mxCell>
        <mxCell id="v112" parent="1" style="shape=rect;fillColor=#E3C75E;strokeColor=#806B2A;strokeWidth=1;fontFamily=Comic Sans MS;" value="" vertex="1">
          <mxGeometry height="19" width="19" x="1080" y="400" as="geometry" />
        </mxCell>
        <mxCell id="v113" parent="1" style="shape=rect;fillColor=#F5E8A6;strokeColor=#806B2A;strokeWidth=1;fontFamily=Comic Sans MS;" value="" vertex="1">
          <mxGeometry height="19" width="19" x="1099" y="400" as="geometry" />
        </mxCell>
        <mxCell id="v114" parent="1" style="shape=rect;fillColor=#E3C75E;strokeColor=#806B2A;strokeWidth=1;fontFamily=Comic Sans MS;" value="" vertex="1">
          <mxGeometry height="19" width="19" x="1118" y="400" as="geometry" />
        </mxCell>
        <mxCell id="v115" parent="1" style="shape=rect;fillColor=#F5E8A6;strokeColor=#806B2A;strokeWidth=1;fontFamily=Comic Sans MS;" value="" vertex="1">
          <mxGeometry height="19" width="19" x="1080" y="419" as="geometry" />
        </mxCell>
        <mxCell id="v116" parent="1" style="shape=rect;fillColor=#E3C75E;strokeColor=#806B2A;strokeWidth=1;fontFamily=Comic Sans MS;" value="" vertex="1">
          <mxGeometry height="19" width="19" x="1099" y="419" as="geometry" />
        </mxCell>
        <mxCell id="v117" parent="1" style="shape=rect;fillColor=#F5E8A6;strokeColor=#806B2A;strokeWidth=1;fontFamily=Comic Sans MS;" value="" vertex="1">
          <mxGeometry height="19" width="19" x="1118" y="419" as="geometry" />
        </mxCell>
        <mxCell id="v118" parent="1" style="shape=rect;fillColor=#E3C75E;strokeColor=#806B2A;strokeWidth=1;fontFamily=Comic Sans MS;" value="" vertex="1">
          <mxGeometry height="19" width="19" x="1080" y="438" as="geometry" />
        </mxCell>
        <mxCell id="v119" parent="1" style="shape=rect;fillColor=#F5E8A6;strokeColor=#806B2A;strokeWidth=1;fontFamily=Comic Sans MS;" value="" vertex="1">
          <mxGeometry height="19" width="19" x="1099" y="438" as="geometry" />
        </mxCell>
        <mxCell id="v120" parent="1" style="shape=rect;fillColor=#E3C75E;strokeColor=#806B2A;strokeWidth=1;fontFamily=Comic Sans MS;" value="" vertex="1">
          <mxGeometry height="19" width="19" x="1118" y="438" as="geometry" />
        </mxCell>
        <mxCell id="v121" parent="1" style="shape=parallelogram;fillColor=#F6E9A9;strokeColor=#806B2A;strokeWidth=1;fontFamily=Comic Sans MS;size=0.15441176470588236;" value="" vertex="1">
          <mxGeometry height="11.5" width="68" x="1080" y="388" as="geometry" />
        </mxCell>
        <mxCell id="v122" parent="1" style="shape=parallelogram;direction=south;fillColor=#D9B94D;strokeColor=#806B2A;strokeWidth=1;fontFamily=Comic Sans MS;flipV=1;legacyAnchorPoints=0;size=0.16970802919708028;" value="" vertex="1">
          <mxGeometry height="68.5" width="11" x="1138" y="388" as="geometry" />
        </mxCell>
        <mxCell id="v123" parent="1" style="rounded=1;arcSize=20;whiteSpace=wrap;html=1;fillColor=#A9D6A6;strokeColor=#7762B0;strokeWidth=1;fontFamily=Comic Sans MS;" value="" vertex="1">
          <mxGeometry height="22" width="19" x="1200" y="408" as="geometry" />
        </mxCell>
        <mxCell id="v124" parent="1" style="rounded=1;arcSize=20;whiteSpace=wrap;html=1;fillColor=#8D70D2;strokeColor=#7762B0;strokeWidth=1;fontFamily=Comic Sans MS;" value="" vertex="1">
          <mxGeometry height="22" width="19" x="1224" y="408" as="geometry" />
        </mxCell>
        <mxCell id="v125" parent="1" style="rounded=1;arcSize=20;whiteSpace=wrap;html=1;fillColor=#B79ADB;strokeColor=#7762B0;strokeWidth=1;fontFamily=Comic Sans MS;" value="" vertex="1">
          <mxGeometry height="22" width="19" x="1248" y="408" as="geometry" />
        </mxCell>
        <mxCell id="v126" parent="1" style="text;html=1;whiteSpace=wrap;align=center;verticalAlign=middle;fontFamily=Comic Sans MS;fontSize=18;fontColor=#333333;fontStyle=1;spacing=0;" value="⋯" vertex="1">
          <mxGeometry height="20" width="12" x="1276" y="409" as="geometry" />
        </mxCell>
        <mxCell id="v127" parent="1" style="shape=line;strokeColor=#8B75D4;strokeWidth=1;dashed=1;dashPattern=6 4;fontFamily=Comic Sans MS;" value="" vertex="1">
          <mxGeometry height="1" width="620" x="685" y="476" as="geometry" />
        </mxCell>
        <mxCell id="v128" parent="1" style="text;html=1;whiteSpace=wrap;align=center;verticalAlign=middle;fontFamily=Comic Sans MS;fontSize=19;fontColor=#222222;fontStyle=0;spacing=0;" value="降低声学建模复杂度，缓解文本到声学映射困难。" vertex="1">
          <mxGeometry height="30" width="575" x="707" y="485" as="geometry" />
        </mxCell>
        <mxCell id="v129" parent="1" style="rounded=1;arcSize=8;whiteSpace=wrap;html=1;fillColor=#F7FAFF;strokeColor=#9DB8E7;strokeWidth=1.5;fontFamily=Comic Sans MS;" value="" vertex="1">
          <mxGeometry height="138" width="105" x="677" y="632" as="geometry" />
        </mxCell>
        <mxCell id="v130" parent="1" style="text;html=1;whiteSpace=wrap;align=center;verticalAlign=middle;fontFamily=Comic Sans MS;fontSize=15;fontColor=#111111;fontStyle=0;spacing=0;" value="参考语音" vertex="1">
          <mxGeometry height="42" width="95" x="682" y="640" as="geometry" />
        </mxCell>
        <mxCell id="v131" parent="1" style="rounded=1;arcSize=8;whiteSpace=wrap;html=1;fillColor=#F7FAFF;strokeColor=#9DB8E7;strokeWidth=1.5;fontFamily=Comic Sans MS;" value="" vertex="1">
          <mxGeometry height="138" width="105" x="804" y="632" as="geometry" />
        </mxCell>
        <mxCell id="v132" parent="1" style="text;html=1;whiteSpace=wrap;align=center;verticalAlign=middle;fontFamily=Comic Sans MS;fontSize=15;fontColor=#111111;fontStyle=0;spacing=0;" value="wav2vec&lt;br&gt;2.0" vertex="1">
          <mxGeometry height="42" width="95" x="809" y="640" as="geometry" />
        </mxCell>
        <mxCell id="v133" parent="1" style="rounded=1;arcSize=8;whiteSpace=wrap;html=1;fillColor=#FCFAFF;strokeColor=#C5B4EC;strokeWidth=1.5;fontFamily=Comic Sans MS;" value="" vertex="1">
          <mxGeometry height="138" width="105" x="931" y="632" as="geometry" />
        </mxCell>
        <mxCell id="v134" parent="1" style="text;html=1;whiteSpace=wrap;align=center;verticalAlign=middle;fontFamily=Comic Sans MS;fontSize=15;fontColor=#111111;fontStyle=0;spacing=0;" value="任务掩码" vertex="1">
          <mxGeometry height="42" width="95" x="936" y="640" as="geometry" />
        </mxCell>
        <mxCell id="v135" parent="1" style="rounded=1;arcSize=8;whiteSpace=wrap;html=1;fillColor=#FFF9E9;strokeColor=#E5C976;strokeWidth=1.5;fontFamily=Comic Sans MS;" value="" vertex="1">
          <mxGeometry height="138" width="105" x="1058" y="632" as="geometry" />
        </mxCell>
-         <mxCell id="v136" parent="1" style="text;html=1;whiteSpace=wrap;align=center;verticalAlign=middle;fontFamily=Comic Sans MS;fontSize=15;fontColor=#111111;fontStyle=0;spacing=0;" value="Emotion&lt;br&gt;Token&lt;br&gt;Attention" vertex="1">
+         <mxCell id="v136" parent="1" style="text;html=1;whiteSpace=wrap;align=center;verticalAlign=middle;fontFamily=Comic Sans MS;fontSize=15;fontColor=#111111;fontStyle=0;spacing=0;" value="Emotion&lt;br&gt;Attention" vertex="1">
          <mxGeometry height="42" width="95" x="1063" y="640" as="geometry" />
        </mxCell>
        <mxCell id="v137" parent="1" style="rounded=1;arcSize=8;whiteSpace=wrap;html=1;fillColor=#F7FCF8;strokeColor=#AACDAE;strokeWidth=1.5;fontFamily=Comic Sans MS;" value="" vertex="1">
          <mxGeometry height="138" width="105" x="1185" y="632" as="geometry" />
        </mxCell>
        <mxCell id="v138" parent="1" style="text;html=1;whiteSpace=wrap;align=center;verticalAlign=middle;fontFamily=Comic Sans MS;fontSize=15;fontColor=#111111;fontStyle=0;spacing=0;" value="情感条件&lt;br&gt;特征" vertex="1">
          <mxGeometry height="42" width="95" x="1190" y="640" as="geometry" />
        </mxCell>
        <mxCell id="e139" edge="1" parent="1" source="v129" style="edgeStyle=orthogonalEdgeStyle;rounded=0;html=1;strokeColor=#111111;strokeWidth=2;endArrow=block;endFill=1;fontFamily=Comic Sans MS;" target="v131" value="">
          <mxGeometry relative="1" as="geometry" />
        </mxCell>
        <mxCell id="e140" edge="1" parent="1" source="v131" style="edgeStyle=orthogonalEdgeStyle;rounded=0;html=1;strokeColor=#111111;strokeWidth=2;endArrow=block;endFill=1;fontFamily=Comic Sans MS;" target="v133" value="">
          <mxGeometry relative="1" as="geometry" />
        </mxCell>
        <mxCell id="e141" edge="1" parent="1" source="v133" style="edgeStyle=orthogonalEdgeStyle;rounded=0;html=1;strokeColor=#111111;strokeWidth=2;endArrow=block;endFill=1;fontFamily=Comic Sans MS;" target="v135" value="">
          <mxGeometry relative="1" as="geometry" />
        </mxCell>
        <mxCell id="e142" edge="1" parent="1" source="v135" style="edgeStyle=orthogonalEdgeStyle;rounded=0;html=1;strokeColor=#111111;strokeWidth=2;endArrow=block;endFill=1;fontFamily=Comic Sans MS;" target="v137" value="">
          <mxGeometry relative="1" as="geometry" />
        </mxCell>
        <mxCell id="e143" edge="1" parent="1" style="edgeStyle=none;html=1;strokeColor=#3D75CC;strokeWidth=2;endArrow=none;" value="">
          <mxGeometry relative="1" as="geometry">
            <Array as="points">
              <mxPoint x="687" y="731" />
              <mxPoint x="692" y="731" />
            </Array>
          </mxGeometry>
        </mxCell>
        <mxCell id="e144" edge="1" parent="1" style="edgeStyle=none;html=1;strokeColor=#3D75CC;strokeWidth=2;endArrow=none;" value="">
          <mxGeometry relative="1" as="geometry">
            <Array as="points">
              <mxPoint x="692" y="731" />
              <mxPoint x="696" y="724" />
            </Array>
          </mxGeometry>
        </mxCell>
        <mxCell id="e145" edge="1" parent="1" style="edgeStyle=none;html=1;strokeColor=#3D75CC;strokeWidth=2;endArrow=none;" value="">
          <mxGeometry relative="1" as="geometry">
            <Array as="points">
              <mxPoint x="696" y="724" />
              <mxPoint x="700" y="741" />
            </Array>
          </mxGeometry>
        </mxCell>
        <mxCell id="e146" edge="1" parent="1" style="edgeStyle=none;html=1;strokeColor=#3D75CC;strokeWidth=2;endArrow=none;" value="">
          <mxGeometry relative="1" as="geometry">
            <Array as="points">
              <mxPoint x="700" y="741" />
              <mxPoint x="704" y="713" />
            </Array>
          </mxGeometry>
        </mxCell>
        <mxCell id="e147" edge="1" parent="1" style="edgeStyle=none;html=1;strokeColor=#3D75CC;strokeWidth=2;endArrow=none;" value="">
          <mxGeometry relative="1" as="geometry">
            <Array as="points">
              <mxPoint x="704" y="713" />
              <mxPoint x="708" y="748" />
            </Array>
          </mxGeometry>
        </mxCell>
        <mxCell id="e148" edge="1" parent="1" style="edgeStyle=none;html=1;strokeColor=#3D75CC;strokeWidth=2;endArrow=none;" value="">
          <mxGeometry relative="1" as="geometry">
            <Array as="points">
              <mxPoint x="708" y="748" />
              <mxPoint x="712" y="722" />
            </Array>
          </mxGeometry>
        </mxCell>
        <mxCell id="e149" edge="1" parent="1" style="edgeStyle=none;html=1;strokeColor=#3D75CC;strokeWidth=2;endArrow=none;" value="">
          <mxGeometry relative="1" as="geometry">
            <Array as="points">
              <mxPoint x="712" y="722" />
              <mxPoint x="716" y="739" />
            </Array>
          </mxGeometry>
        </mxCell>
        <mxCell id="e150" edge="1" parent="1" style="edgeStyle=none;html=1;strokeColor=#3D75CC;strokeWidth=2;endArrow=none;" value="">
          <mxGeometry relative="1" as="geometry">
            <Array as="points">
              <mxPoint x="716" y="739" />
              <mxPoint x="720" y="715" />
            </Array>
          </mxGeometry>
        </mxCell>
        <mxCell id="e151" edge="1" parent="1" style="edgeStyle=none;html=1;strokeColor=#3D75CC;strokeWidth=2;endArrow=none;" value="">
          <mxGeometry relative="1" as="geometry">
            <Array as="points">
              <mxPoint x="720" y="715" />
              <mxPoint x="724" y="747" />
            </Array>
          </mxGeometry>
        </mxCell>
        <mxCell id="e152" edge="1" parent="1" style="edgeStyle=none;html=1;strokeColor=#3D75CC;strokeWidth=2;endArrow=none;" value="">
          <mxGeometry relative="1" as="geometry">
            <Array as="points">
              <mxPoint x="724" y="747" />
              <mxPoint x="728" y="727" />
            </Array>
          </mxGeometry>
        </mxCell>
        <mxCell id="e153" edge="1" parent="1" style="edgeStyle=none;html=1;strokeColor=#3D75CC;strokeWidth=2;endArrow=none;" value="">
          <mxGeometry relative="1" as="geometry">
            <Array as="points">
              <mxPoint x="728" y="727" />
              <mxPoint x="732" y="734" />
            </Array>
          </mxGeometry>
        </mxCell>
        <mxCell id="e154" edge="1" parent="1" style="edgeStyle=none;html=1;strokeColor=#3D75CC;strokeWidth=2;endArrow=none;" value="">
          <mxGeometry relative="1" as="geometry">
            <Array as="points">
              <mxPoint x="732" y="734" />
              <mxPoint x="736" y="720" />
            </Array>
          </mxGeometry>
        </mxCell>
        <mxCell id="e155" edge="1" parent="1" style="edgeStyle=none;html=1;strokeColor=#3D75CC;strokeWidth=2;endArrow=none;" value="">
          <mxGeometry relative="1" as="geometry">
            <Array as="points">
              <mxPoint x="736" y="720" />
              <mxPoint x="740" y="744" />
            </Array>
          </mxGeometry>
        </mxCell>
        <mxCell id="e156" edge="1" parent="1" style="edgeStyle=none;html=1;strokeColor=#3D75CC;strokeWidth=2;endArrow=none;" value="">
          <mxGeometry relative="1" as="geometry">
            <Array as="points">
              <mxPoint x="740" y="744" />
              <mxPoint x="744" y="725" />
            </Array>
          </mxGeometry>
        </mxCell>
        <mxCell id="e157" edge="1" parent="1" style="edgeStyle=none;html=1;strokeColor=#3D75CC;strokeWidth=2;endArrow=none;" value="">
          <mxGeometry relative="1" as="geometry">
            <Array as="points">
              <mxPoint x="744" y="725" />
              <mxPoint x="748" y="735" />
            </Array>
          </mxGeometry>
        </mxCell>
        <mxCell id="e158" edge="1" parent="1" style="edgeStyle=none;html=1;strokeColor=#3D75CC;strokeWidth=2;endArrow=none;" value="">
          <mxGeometry relative="1" as="geometry">
            <Array as="points">
              <mxPoint x="748" y="735" />
              <mxPoint x="754" y="731" />
            </Array>
          </mxGeometry>
        </mxCell>
        <mxCell id="e159" edge="1" parent="1" style="edgeStyle=none;html=1;strokeColor=#3D75CC;strokeWidth=2;endArrow=none;" value="">
          <mxGeometry relative="1" as="geometry">
            <Array as="points">
              <mxPoint x="754" y="731" />
              <mxPoint x="763" y="731" />
            </Array>
          </mxGeometry>
        </mxCell>
        <mxCell id="v160" parent="1" style="ellipse;whiteSpace=wrap;html=1;fillColor=#8AB3EA;strokeColor=#466392;strokeWidth=1;fontFamily=Comic Sans MS;" value="" vertex="1">
          <mxGeometry height="10" width="10" x="821" y="713" as="geometry" />
        </mxCell>
        <mxCell id="v161" parent="1" style="ellipse;whiteSpace=wrap;html=1;fillColor=#8AB3EA;strokeColor=#466392;strokeWidth=1;fontFamily=Comic Sans MS;" value="" vertex="1">
          <mxGeometry height="10" width="10" x="821" y="736" as="geometry" />
        </mxCell>
        <mxCell id="v162" parent="1" style="ellipse;whiteSpace=wrap;html=1;fillColor=#8AB3EA;strokeColor=#466392;strokeWidth=1;fontFamily=Comic Sans MS;" value="" vertex="1">
          <mxGeometry height="10" width="10" x="844" y="701" as="geometry" />
        </mxCell>
        <mxCell id="v163" parent="1" style="ellipse;whiteSpace=wrap;html=1;fillColor=#8AB3EA;strokeColor=#466392;strokeWidth=1;fontFamily=Comic Sans MS;" value="" vertex="1">
          <mxGeometry height="10" width="10" x="844" y="724" as="geometry" />
        </mxCell>
        <mxCell id="v164" parent="1" style="ellipse;whiteSpace=wrap;html=1;fillColor=#8AB3EA;strokeColor=#466392;strokeWidth=1;fontFamily=Comic Sans MS;" value="" vertex="1">
          <mxGeometry height="10" width="10" x="844" y="747" as="geometry" />
        </mxCell>
        <mxCell id="v165" parent="1" style="ellipse;whiteSpace=wrap;html=1;fillColor=#8AB3EA;strokeColor=#466392;strokeWidth=1;fontFamily=Comic Sans MS;" value="" vertex="1">
          <mxGeometry height="10" width="10" x="867" y="713" as="geometry" />
        </mxCell>
        <mxCell id="v166" parent="1" style="ellipse;whiteSpace=wrap;html=1;fillColor=#8AB3EA;strokeColor=#466392;strokeWidth=1;fontFamily=Comic Sans MS;" value="" vertex="1">
          <mxGeometry height="10" width="10" x="867" y="736" as="geometry" />
        </mxCell>
        <mxCell id="e167" edge="1" parent="1" source="v160" style="edgeStyle=none;html=1;strokeColor=#49648A;strokeWidth=1;endArrow=none;fontFamily=Comic Sans MS;" target="v162" value="">
          <mxGeometry relative="1" as="geometry" />
        </mxCell>
        <mxCell id="e168" edge="1" parent="1" source="v160" style="edgeStyle=none;html=1;strokeColor=#49648A;strokeWidth=1;endArrow=none;fontFamily=Comic Sans MS;" target="v163" value="">
          <mxGeometry relative="1" as="geometry" />
        </mxCell>
        <mxCell id="e169" edge="1" parent="1" source="v160" style="edgeStyle=none;html=1;strokeColor=#49648A;strokeWidth=1;endArrow=none;fontFamily=Comic Sans MS;" target="v164" value="">
          <mxGeometry relative="1" as="geometry" />
        </mxCell>
        <mxCell id="e170" edge="1" parent="1" source="v161" style="edgeStyle=none;html=1;strokeColor=#49648A;strokeWidth=1;endArrow=none;fontFamily=Comic Sans MS;" target="v162" value="">
          <mxGeometry relative="1" as="geometry" />
        </mxCell>
        <mxCell id="e171" edge="1" parent="1" source="v161" style="edgeStyle=none;html=1;strokeColor=#49648A;strokeWidth=1;endArrow=none;fontFamily=Comic Sans MS;" target="v163" value="">
          <mxGeometry relative="1" as="geometry" />
        </mxCell>
        <mxCell id="e172" edge="1" parent="1" source="v161" style="edgeStyle=none;html=1;strokeColor=#49648A;strokeWidth=1;endArrow=none;fontFamily=Comic Sans MS;" target="v164" value="">
          <mxGeometry relative="1" as="geometry" />
        </mxCell>
        <mxCell id="e173" edge="1" parent="1" source="v162" style="edgeStyle=none;html=1;strokeColor=#49648A;strokeWidth=1;endArrow=none;fontFamily=Comic Sans MS;" target="v165" value="">
          <mxGeometry relative="1" as="geometry" />
        </mxCell>
        <mxCell id="e174" edge="1" parent="1" source="v162" style="edgeStyle=none;html=1;strokeColor=#49648A;strokeWidth=1;endArrow=none;fontFamily=Comic Sans MS;" target="v166" value="">
          <mxGeometry relative="1" as="geometry" />
        </mxCell>
        <mxCell id="e175" edge="1" parent="1" source="v163" style="edgeStyle=none;html=1;strokeColor=#49648A;strokeWidth=1;endArrow=none;fontFamily=Comic Sans MS;" target="v165" value="">
          <mxGeometry relative="1" as="geometry" />
        </mxCell>
        <mxCell id="e176" edge="1" parent="1" source="v163" style="edgeStyle=none;html=1;strokeColor=#49648A;strokeWidth=1;endArrow=none;fontFamily=Comic Sans MS;" target="v166" value="">
          <mxGeometry relative="1" as="geometry" />
        </mxCell>
        <mxCell id="e177" edge="1" parent="1" source="v164" style="edgeStyle=none;html=1;strokeColor=#49648A;strokeWidth=1;endArrow=none;fontFamily=Comic Sans MS;" target="v165" value="">
          <mxGeometry relative="1" as="geometry" />
        </mxCell>
        <mxCell id="e178" edge="1" parent="1" source="v164" style="edgeStyle=none;html=1;strokeColor=#49648A;strokeWidth=1;endArrow=none;fontFamily=Comic Sans MS;" target="v166" value="">
          <mxGeometry relative="1" as="geometry" />
-         </mxCell>
-         <mxCell id="v179" parent="1" style="shape=rect;fillColor=#222222;strokeColor=#777777;strokeWidth=1;fontFamily=Comic Sans MS;" value="" vertex="1">
-           <mxGeometry height="17" width="20" x="944" y="704" as="geometry" />
-         </mxCell>
-         <mxCell id="v180" parent="1" style="shape=rect;fillColor=#F4F2F7;strokeColor=#777777;strokeWidth=1;fontFamily=Comic Sans MS;" value="" vertex="1">
-           <mxGeometry height="17" width="20" x="964" y="704" as="geometry" />
-         </mxCell>
-         <mxCell id="v181" parent="1" style="shape=rect;fillColor=#FFFFFF;strokeColor=#777777;strokeWidth=1;fontFamily=Comic Sans MS;" value="" vertex="1">
-           <mxGeometry height="17" width="20" x="984" y="704" as="geometry" />
-         </mxCell>
-         <mxCell id="v182" parent="1" style="shape=rect;fillColor=#FFFFFF;strokeColor=#777777;strokeWidth=1;fontFamily=Comic Sans MS;" value="" vertex="1">
-           <mxGeometry height="17" width="20" x="1004" y="704" as="geometry" />
-         </mxCell>
-         <mxCell id="v183" parent="1" style="shape=rect;fillColor=#F6F4F7;strokeColor=#777777;strokeWidth=1;fontFamily=Comic Sans MS;" value="" vertex="1">
-           <mxGeometry height="17" width="20" x="944" y="721" as="geometry" />
-         </mxCell>
-         <mxCell id="v184" parent="1" style="shape=rect;fillColor=#FFFFFF;strokeColor=#777777;strokeWidth=1;fontFamily=Comic Sans MS;" value="" vertex="1">
-           <mxGeometry height="17" width="20" x="964" y="721" as="geometry" />
-         </mxCell>
-         <mxCell id="v185" parent="1" style="shape=rect;fillColor=#ECE8F3;strokeColor=#777777;strokeWidth=1;fontFamily=Comic Sans MS;" value="" vertex="1">
-           <mxGeometry height="17" width="20" x="984" y="721" as="geometry" />
-         </mxCell>
-         <mxCell id="v186" parent="1" style="shape=rect;fillColor=#FFFFFF;strokeColor=#777777;strokeWidth=1;fontFamily=Comic Sans MS;" value="" vertex="1">
-           <mxGeometry height="17" width="20" x="1004" y="721" as="geometry" />
-         </mxCell>
-         <mxCell id="v187" parent="1" style="shape=rect;fillColor=#FFFFFF;strokeColor=#777777;strokeWidth=1;fontFamily=Comic Sans MS;" value="" vertex="1">
-           <mxGeometry height="17" width="20" x="944" y="738" as="geometry" />
-         </mxCell>
-         <mxCell id="v188" parent="1" style="shape=rect;fillColor=#ECE8F3;strokeColor=#777777;strokeWidth=1;fontFamily=Comic Sans MS;" value="" vertex="1">
-           <mxGeometry height="17" width="20" x="964" y="738" as="geometry" />
-         </mxCell>
-         <mxCell id="v189" parent="1" style="shape=rect;fillColor=#FFFFFF;strokeColor=#777777;strokeWidth=1;fontFamily=Comic Sans MS;" value="" vertex="1">
-           <mxGeometry height="17" width="20" x="984" y="738" as="geometry" />
-         </mxCell>
-         <mxCell id="v190" parent="1" style="shape=rect;fillColor=#F7F5FA;strokeColor=#777777;strokeWidth=1;fontFamily=Comic Sans MS;" value="" vertex="1">
-           <mxGeometry height="17" width="20" x="1004" y="738" as="geometry" />
-         </mxCell>
-         <mxCell id="v191" parent="1" style="shape=rect;fillColor=#FFFFFF;strokeColor=#777777;strokeWidth=1;fontFamily=Comic Sans MS;" value="" vertex="1">
-           <mxGeometry height="17" width="20" x="944" y="755" as="geometry" />
-         </mxCell>
-         <mxCell id="v192" parent="1" style="shape=rect;fillColor=#FFFFFF;strokeColor=#777777;strokeWidth=1;fontFamily=Comic Sans MS;" value="" vertex="1">
-           <mxGeometry height="17" width="20" x="964" y="755" as="geometry" />
-         </mxCell>
-         <mxCell id="v193" parent="1" style="shape=rect;fillColor=#F3F0F7;strokeColor=#777777;strokeWidth=1;fontFamily=Comic Sans MS;" value="" vertex="1">
-           <mxGeometry height="17" width="20" x="984" y="755" as="geometry" />
-         </mxCell>
-         <mxCell id="v194" parent="1" style="shape=rect;fillColor=#222222;strokeColor=#777777;strokeWidth=1;fontFamily=Comic Sans MS;" value="" vertex="1">
-           <mxGeometry height="17" width="20" x="1004" y="755" as="geometry" />
        </mxCell>
        <mxCell id="v195" parent="1" style="shape=rect;fillColor=#FFFFFF;strokeColor=#333333;strokeWidth=1;fontFamily=Comic Sans MS;" value="" vertex="1">
          <mxGeometry height="12" width="12" x="1070" y="704" as="geometry" />
        </mxCell>
        <mxCell id="v196" parent="1" style="shape=rect;fillColor=#8F6BCF;strokeColor=#513B96;strokeWidth=1;fontFamily=Comic Sans MS;" value="" vertex="1">
          <mxGeometry height="16" width="16" x="1068" y="742" as="geometry" />
        </mxCell>
        <mxCell id="v197" parent="1" style="shape=rect;fillColor=#FFFFFF;strokeColor=#333333;strokeWidth=1;fontFamily=Comic Sans MS;" value="" vertex="1">
          <mxGeometry height="12" width="12" x="1088" y="704" as="geometry" />
        </mxCell>
        <mxCell id="v198" parent="1" style="shape=rect;fillColor=#8F6BCF;strokeColor=#513B96;strokeWidth=1;fontFamily=Comic Sans MS;" value="" vertex="1">
          <mxGeometry height="16" width="16" x="1088" y="742" as="geometry" />
        </mxCell>
        <mxCell id="v199" parent="1" style="shape=rect;fillColor=#FFFFFF;strokeColor=#333333;strokeWidth=1;fontFamily=Comic Sans MS;" value="" vertex="1">
          <mxGeometry height="12" width="12" x="1106" y="704" as="geometry" />
        </mxCell>
        <mxCell id="v200" parent="1" style="shape=rect;fillColor=#8F6BCF;strokeColor=#513B96;strokeWidth=1;fontFamily=Comic Sans MS;" value="" vertex="1">
          <mxGeometry height="16" width="16" x="1108" y="742" as="geometry" />
        </mxCell>
        <mxCell id="v201" parent="1" style="shape=rect;fillColor=#FFFFFF;strokeColor=#333333;strokeWidth=1;fontFamily=Comic Sans MS;" value="" vertex="1">
          <mxGeometry height="12" width="12" x="1124" y="704" as="geometry" />
        </mxCell>
        <mxCell id="v202" parent="1" style="shape=rect;fillColor=#8F6BCF;strokeColor=#513B96;strokeWidth=1;fontFamily=Comic Sans MS;" value="" vertex="1">
          <mxGeometry height="16" width="16" x="1128" y="742" as="geometry" />
        </mxCell>
        <mxCell id="v203" parent="1" style="shape=rect;fillColor=#FFFFFF;strokeColor=#333333;strokeWidth=1;fontFamily=Comic Sans MS;" value="" vertex="1">
          <mxGeometry height="12" width="12" x="1142" y="704" as="geometry" />
        </mxCell>
        <mxCell id="v204" parent="1" style="shape=rect;fillColor=#8F6BCF;strokeColor=#513B96;strokeWidth=1;fontFamily=Comic Sans MS;" value="" vertex="1">
          <mxGeometry height="16" width="16" x="1148" y="742" as="geometry" />
        </mxCell>
        <mxCell id="e205" edge="1" parent="1" source="v195" style="edgeStyle=none;html=1;strokeColor=#555555;strokeWidth=1;endArrow=none;fontFamily=Comic Sans MS;" target="v196" value="">
          <mxGeometry relative="1" as="geometry" />
        </mxCell>
        <mxCell id="e206" edge="1" parent="1" source="v195" style="edgeStyle=none;html=1;strokeColor=#555555;strokeWidth=1;endArrow=none;fontFamily=Comic Sans MS;" target="v198" value="">
          <mxGeometry relative="1" as="geometry" />
        </mxCell>
        <mxCell id="e207" edge="1" parent="1" source="v197" style="edgeStyle=none;html=1;strokeColor=#555555;strokeWidth=1;endArrow=none;fontFamily=Comic Sans MS;" target="v196" value="">
          <mxGeometry relative="1" as="geometry" />
        </mxCell>
        <mxCell id="e208" edge="1" parent="1" source="v197" style="edgeStyle=none;html=1;strokeColor=#555555;strokeWidth=1;endArrow=none;fontFamily=Comic Sans MS;" target="v198" value="">
          <mxGeometry relative="1" as="geometry" />
        </mxCell>
        <mxCell id="e209" edge="1" parent="1" source="v197" style="edgeStyle=none;html=1;strokeColor=#555555;strokeWidth=1;endArrow=none;fontFamily=Comic Sans MS;" target="v200" value="">
          <mxGeometry relative="1" as="geometry" />
        </mxCell>
        <mxCell id="e210" edge="1" parent="1" source="v199" style="edgeStyle=none;html=1;strokeColor=#555555;strokeWidth=1;endArrow=none;fontFamily=Comic Sans MS;" target="v198" value="">
          <mxGeometry relative="1" as="geometry" />
        </mxCell>
        <mxCell id="e211" edge="1" parent="1" source="v199" style="edgeStyle=none;html=1;strokeColor=#555555;strokeWidth=1;endArrow=none;fontFamily=Comic Sans MS;" target="v200" value="">
          <mxGeometry relative="1" as="geometry" />
        </mxCell>
        <mxCell id="e212" edge="1" parent="1" source="v199" style="edgeStyle=none;html=1;strokeColor=#555555;strokeWidth=1;endArrow=none;fontFamily=Comic Sans MS;" target="v202" value="">
          <mxGeometry relative="1" as="geometry" />
        </mxCell>
        <mxCell id="e213" edge="1" parent="1" source="v201" style="edgeStyle=none;html=1;strokeColor=#555555;strokeWidth=1;endArrow=none;fontFamily=Comic Sans MS;" target="v200" value="">
          <mxGeometry relative="1" as="geometry" />
        </mxCell>
        <mxCell id="e214" edge="1" parent="1" source="v201" style="edgeStyle=none;html=1;strokeColor=#555555;strokeWidth=1;endArrow=none;fontFamily=Comic Sans MS;" target="v202" value="">
          <mxGeometry relative="1" as="geometry" />
        </mxCell>
        <mxCell id="e215" edge="1" parent="1" source="v201" style="edgeStyle=none;html=1;strokeColor=#555555;strokeWidth=1;endArrow=none;fontFamily=Comic Sans MS;" target="v204" value="">
          <mxGeometry relative="1" as="geometry" />
        </mxCell>
        <mxCell id="e216" edge="1" parent="1" source="v203" style="edgeStyle=none;html=1;strokeColor=#555555;strokeWidth=1;endArrow=none;fontFamily=Comic Sans MS;" target="v202" value="">
          <mxGeometry relative="1" as="geometry" />
        </mxCell>
        <mxCell id="e217" edge="1" parent="1" source="v203" style="edgeStyle=none;html=1;strokeColor=#555555;strokeWidth=1;endArrow=none;fontFamily=Comic Sans MS;" target="v204" value="">
          <mxGeometry relative="1" as="geometry" />
        </mxCell>
        <mxCell id="v218" parent="1" style="shape=rect;fillColor=#8B6AC7;gradientColor=#C6B4E7;gradientDirection=north;strokeColor=#6E55A9;strokeWidth=1;fontFamily=Comic Sans MS;" value="" vertex="1">
          <mxGeometry height="34" width="16" x="1198" y="714" as="geometry" />
        </mxCell>
        <mxCell id="v219" parent="1" style="shape=rect;fillColor=#8B6AC7;gradientColor=#C6B4E7;gradientDirection=north;strokeColor=#6E55A9;strokeWidth=1;fontFamily=Comic Sans MS;" value="" vertex="1">
          <mxGeometry height="42" width="16" x="1220" y="706" as="geometry" />
        </mxCell>
        <mxCell id="v220" parent="1" style="shape=rect;fillColor=#8B6AC7;gradientColor=#C6B4E7;gradientDirection=north;strokeColor=#6E55A9;strokeWidth=1;fontFamily=Comic Sans MS;" value="" vertex="1">
          <mxGeometry height="38" width="16" x="1242" y="710" as="geometry" />
        </mxCell>
        <mxCell id="v221" parent="1" style="shape=rect;fillColor=#8B6AC7;gradientColor=#C6B4E7;gradientDirection=north;strokeColor=#6E55A9;strokeWidth=1;fontFamily=Comic Sans MS;" value="" vertex="1">
          <mxGeometry height="31" width="16" x="1264" y="717" as="geometry" />
        </mxCell>
        <mxCell id="v222" parent="1" style="text;html=1;whiteSpace=wrap;align=center;verticalAlign=middle;fontFamily=Comic Sans MS;fontSize=18;fontColor=#333333;fontStyle=1;spacing=0;" value="⋯" vertex="1">
          <mxGeometry height="20" width="12" x="1276" y="715" as="geometry" />
        </mxCell>
        <mxCell id="v223" parent="1" style="shape=line;strokeColor=#8B75D4;strokeWidth=1;dashed=1;dashPattern=6 4;fontFamily=Comic Sans MS;" value="" vertex="1">
          <mxGeometry height="1" width="620" x="685" y="786" as="geometry" />
        </mxCell>
        <mxCell id="v224" parent="1" style="text;html=1;whiteSpace=wrap;align=center;verticalAlign=middle;fontFamily=Comic Sans MS;fontSize=19;fontColor=#222222;fontStyle=0;spacing=0;" value="削弱非情感因素干扰，提取更纯净稳定的情感特征。" vertex="1">
          <mxGeometry height="30" width="580" x="705" y="795" as="geometry" />
        </mxCell>
        <mxCell id="e225" edge="1" parent="1" style="edgeStyle=orthogonalEdgeStyle;rounded=0;html=1;strokeColor=#5D43B3;strokeWidth=4;endArrow=none;" value="">
          <mxGeometry relative="1" as="geometry">
            <Array as="points">
              <mxPoint x="1322" y="378" />
              <mxPoint x="1355" y="378" />
              <mxPoint x="1355" y="519" />
            </Array>
          </mxGeometry>
        </mxCell>
        <mxCell id="e226" edge="1" parent="1" style="edgeStyle=orthogonalEdgeStyle;rounded=0;html=1;strokeColor=#5D43B3;strokeWidth=4;endArrow=none;" value="">
          <mxGeometry relative="1" as="geometry">
            <Array as="points">
              <mxPoint x="1322" y="695" />
              <mxPoint x="1355" y="695" />
              <mxPoint x="1355" y="519" />
            </Array>
          </mxGeometry>
        </mxCell>
        <mxCell id="e227" edge="1" parent="1" style="edgeStyle=orthogonalEdgeStyle;rounded=0;html=1;strokeColor=#5D43B3;strokeWidth=4;endArrow=block;endFill=1;" value="">
          <mxGeometry relative="1" as="geometry">
            <Array as="points">
              <mxPoint x="1355" y="519" />
              <mxPoint x="1403" y="519" />
            </Array>
          </mxGeometry>
        </mxCell>
        <mxCell id="v228" parent="1" style="ellipse;whiteSpace=wrap;html=1;fillColor=#FFFFFF;strokeColor=#D6C9EE;strokeWidth=5;fontFamily=Comic Sans MS;" value="" vertex="1">
          <mxGeometry height="135" width="135" x="1448" y="328" as="geometry" />
        </mxCell>
        <mxCell id="v229" parent="1" style="ellipse;whiteSpace=wrap;html=1;fillColor=#FFFFFF;strokeColor=#6F54BA;strokeWidth=9;fontFamily=Comic Sans MS;" value="" vertex="1">
          <mxGeometry height="92" width="92" x="1470" y="350" as="geometry" />
        </mxCell>
        <mxCell id="v230" parent="1" style="ellipse;whiteSpace=wrap;html=1;fillColor=#FFFFFF;strokeColor=#6F54BA;strokeWidth=9;fontFamily=Comic Sans MS;" value="" vertex="1">
          <mxGeometry height="48" width="48" x="1492" y="372" as="geometry" />
        </mxCell>
        <mxCell id="v231" parent="1" style="ellipse;whiteSpace=wrap;html=1;fillColor=#6F54BA;strokeColor=#6F54BA;strokeWidth=0;fontFamily=Comic Sans MS;" value="" vertex="1">
          <mxGeometry height="16" width="16" x="1508" y="388" as="geometry" />
        </mxCell>
        <mxCell id="v232" parent="1" style="shape=rect;rotation=-45;fillColor=#6F54BA;strokeColor=none;fontFamily=Comic Sans MS;" value="" vertex="1">
          <mxGeometry height="10" width="62" x="1514" y="365" as="geometry" />
        </mxCell>
        <mxCell id="v233" parent="1" style="shape=triangle;direction=east;rotation=-45;fillColor=#6F54BA;strokeColor=none;fontFamily=Comic Sans MS;" value="" vertex="1">
          <mxGeometry height="28" width="28" x="1561" y="341" as="geometry" />
        </mxCell>
        <mxCell id="v234" parent="1" style="shape=line;strokeColor=#8B75D4;strokeWidth=1;dashed=1;dashPattern=6 4;fontFamily=Comic Sans MS;" value="" vertex="1">
          <mxGeometry height="1" width="180" x="1425" y="522" as="geometry" />
        </mxCell>
        <mxCell id="v235" parent="1" style="text;html=1;whiteSpace=wrap;align=center;verticalAlign=middle;fontFamily=Comic Sans MS;fontSize=24;fontColor=#5134A6;fontStyle=1;spacing=0;" value="提升合成语音的&lt;br&gt;自然度、&lt;br&gt;情感可控性与&lt;br&gt;声学质量。" vertex="1">
          <mxGeometry height="180" width="170" x="1430" y="555" as="geometry" />
+         </mxCell>
+         <mxCell id="mLJ6RkBWi0f_F3Ge-QQL-3" connectable="0" parent="1" style="group" value="" vertex="1">
+           <mxGeometry height="68" width="80" x="945" y="690" as="geometry" />
+         </mxCell>
+         <mxCell id="v179" parent="mLJ6RkBWi0f_F3Ge-QQL-3" style="shape=rect;fillColor=#222222;strokeColor=#777777;strokeWidth=1;fontFamily=Comic Sans MS;" value="" vertex="1">
+           <mxGeometry height="17" width="20" as="geometry" />
+         </mxCell>
+         <mxCell id="v180" parent="mLJ6RkBWi0f_F3Ge-QQL-3" style="shape=rect;fillColor=#F4F2F7;strokeColor=#777777;strokeWidth=1;fontFamily=Comic Sans MS;" value="" vertex="1">
+           <mxGeometry height="17" width="20" x="20" as="geometry" />
+         </mxCell>
+         <mxCell id="v181" parent="mLJ6RkBWi0f_F3Ge-QQL-3" style="shape=rect;fillColor=#FFFFFF;strokeColor=#777777;strokeWidth=1;fontFamily=Comic Sans MS;" value="" vertex="1">
+           <mxGeometry height="17" width="20" x="40" as="geometry" />
+         </mxCell>
+         <mxCell id="v182" parent="mLJ6RkBWi0f_F3Ge-QQL-3" style="shape=rect;fillColor=#FFFFFF;strokeColor=#777777;strokeWidth=1;fontFamily=Comic Sans MS;" value="" vertex="1">
+           <mxGeometry height="17" width="20" x="60" as="geometry" />
+         </mxCell>
+         <mxCell id="v183" parent="mLJ6RkBWi0f_F3Ge-QQL-3" style="shape=rect;fillColor=#F6F4F7;strokeColor=#777777;strokeWidth=1;fontFamily=Comic Sans MS;" value="" vertex="1">
+           <mxGeometry height="17" width="20" y="17" as="geometry" />
+         </mxCell>
+         <mxCell id="v184" parent="mLJ6RkBWi0f_F3Ge-QQL-3" style="shape=rect;fillColor=#FFFFFF;strokeColor=#777777;strokeWidth=1;fontFamily=Comic Sans MS;" value="" vertex="1">
+           <mxGeometry height="17" width="20" x="20" y="17" as="geometry" />
+         </mxCell>
+         <mxCell id="v185" parent="mLJ6RkBWi0f_F3Ge-QQL-3" style="shape=rect;fillColor=#ECE8F3;strokeColor=#777777;strokeWidth=1;fontFamily=Comic Sans MS;" value="" vertex="1">
+           <mxGeometry height="17" width="20" x="40" y="17" as="geometry" />
+         </mxCell>
+         <mxCell id="v186" parent="mLJ6RkBWi0f_F3Ge-QQL-3" style="shape=rect;fillColor=#FFFFFF;strokeColor=#777777;strokeWidth=1;fontFamily=Comic Sans MS;" value="" vertex="1">
+           <mxGeometry height="17" width="20" x="60" y="17" as="geometry" />
+         </mxCell>
+         <mxCell id="v187" parent="mLJ6RkBWi0f_F3Ge-QQL-3" style="shape=rect;fillColor=#FFFFFF;strokeColor=#777777;strokeWidth=1;fontFamily=Comic Sans MS;" value="" vertex="1">
+           <mxGeometry height="17" width="20" y="34" as="geometry" />
+         </mxCell>
+         <mxCell id="v188" parent="mLJ6RkBWi0f_F3Ge-QQL-3" style="shape=rect;fillColor=#ECE8F3;strokeColor=#777777;strokeWidth=1;fontFamily=Comic Sans MS;" value="" vertex="1">
+           <mxGeometry height="17" width="20" x="20" y="34" as="geometry" />
+         </mxCell>
+         <mxCell id="v189" parent="mLJ6RkBWi0f_F3Ge-QQL-3" style="shape=rect;fillColor=#FFFFFF;strokeColor=#777777;strokeWidth=1;fontFamily=Comic Sans MS;" value="" vertex="1">
+           <mxGeometry height="17" width="20" x="40" y="34" as="geometry" />
+         </mxCell>
+         <mxCell id="v190" parent="mLJ6RkBWi0f_F3Ge-QQL-3" style="shape=rect;fillColor=#F7F5FA;strokeColor=#777777;strokeWidth=1;fontFamily=Comic Sans MS;" value="" vertex="1">
+           <mxGeometry height="17" width="20" x="60" y="34" as="geometry" />
+         </mxCell>
+         <mxCell id="v191" parent="mLJ6RkBWi0f_F3Ge-QQL-3" style="shape=rect;fillColor=#FFFFFF;strokeColor=#777777;strokeWidth=1;fontFamily=Comic Sans MS;" value="" vertex="1">
+           <mxGeometry height="17" width="20" y="51" as="geometry" />
+         </mxCell>
+         <mxCell id="v192" parent="mLJ6RkBWi0f_F3Ge-QQL-3" style="shape=rect;fillColor=#FFFFFF;strokeColor=#777777;strokeWidth=1;fontFamily=Comic Sans MS;" value="" vertex="1">
+           <mxGeometry height="17" width="20" x="20" y="51" as="geometry" />
+         </mxCell>
+         <mxCell id="v193" parent="mLJ6RkBWi0f_F3Ge-QQL-3" style="shape=rect;fillColor=#F3F0F7;strokeColor=#777777;strokeWidth=1;fontFamily=Comic Sans MS;" value="" vertex="1">
+           <mxGeometry height="17" width="20" x="40" y="51" as="geometry" />
+         </mxCell>
+         <mxCell id="v194" parent="mLJ6RkBWi0f_F3Ge-QQL-3" style="shape=rect;fillColor=#222222;strokeColor=#777777;strokeWidth=1;fontFamily=Comic Sans MS;" value="" vertex="1">
+           <mxGeometry height="17" width="20" x="60" y="51" as="geometry" />
        </mxCell>
      </root>
    </mxGraphModel>
  </diagram>
</mxfile>
